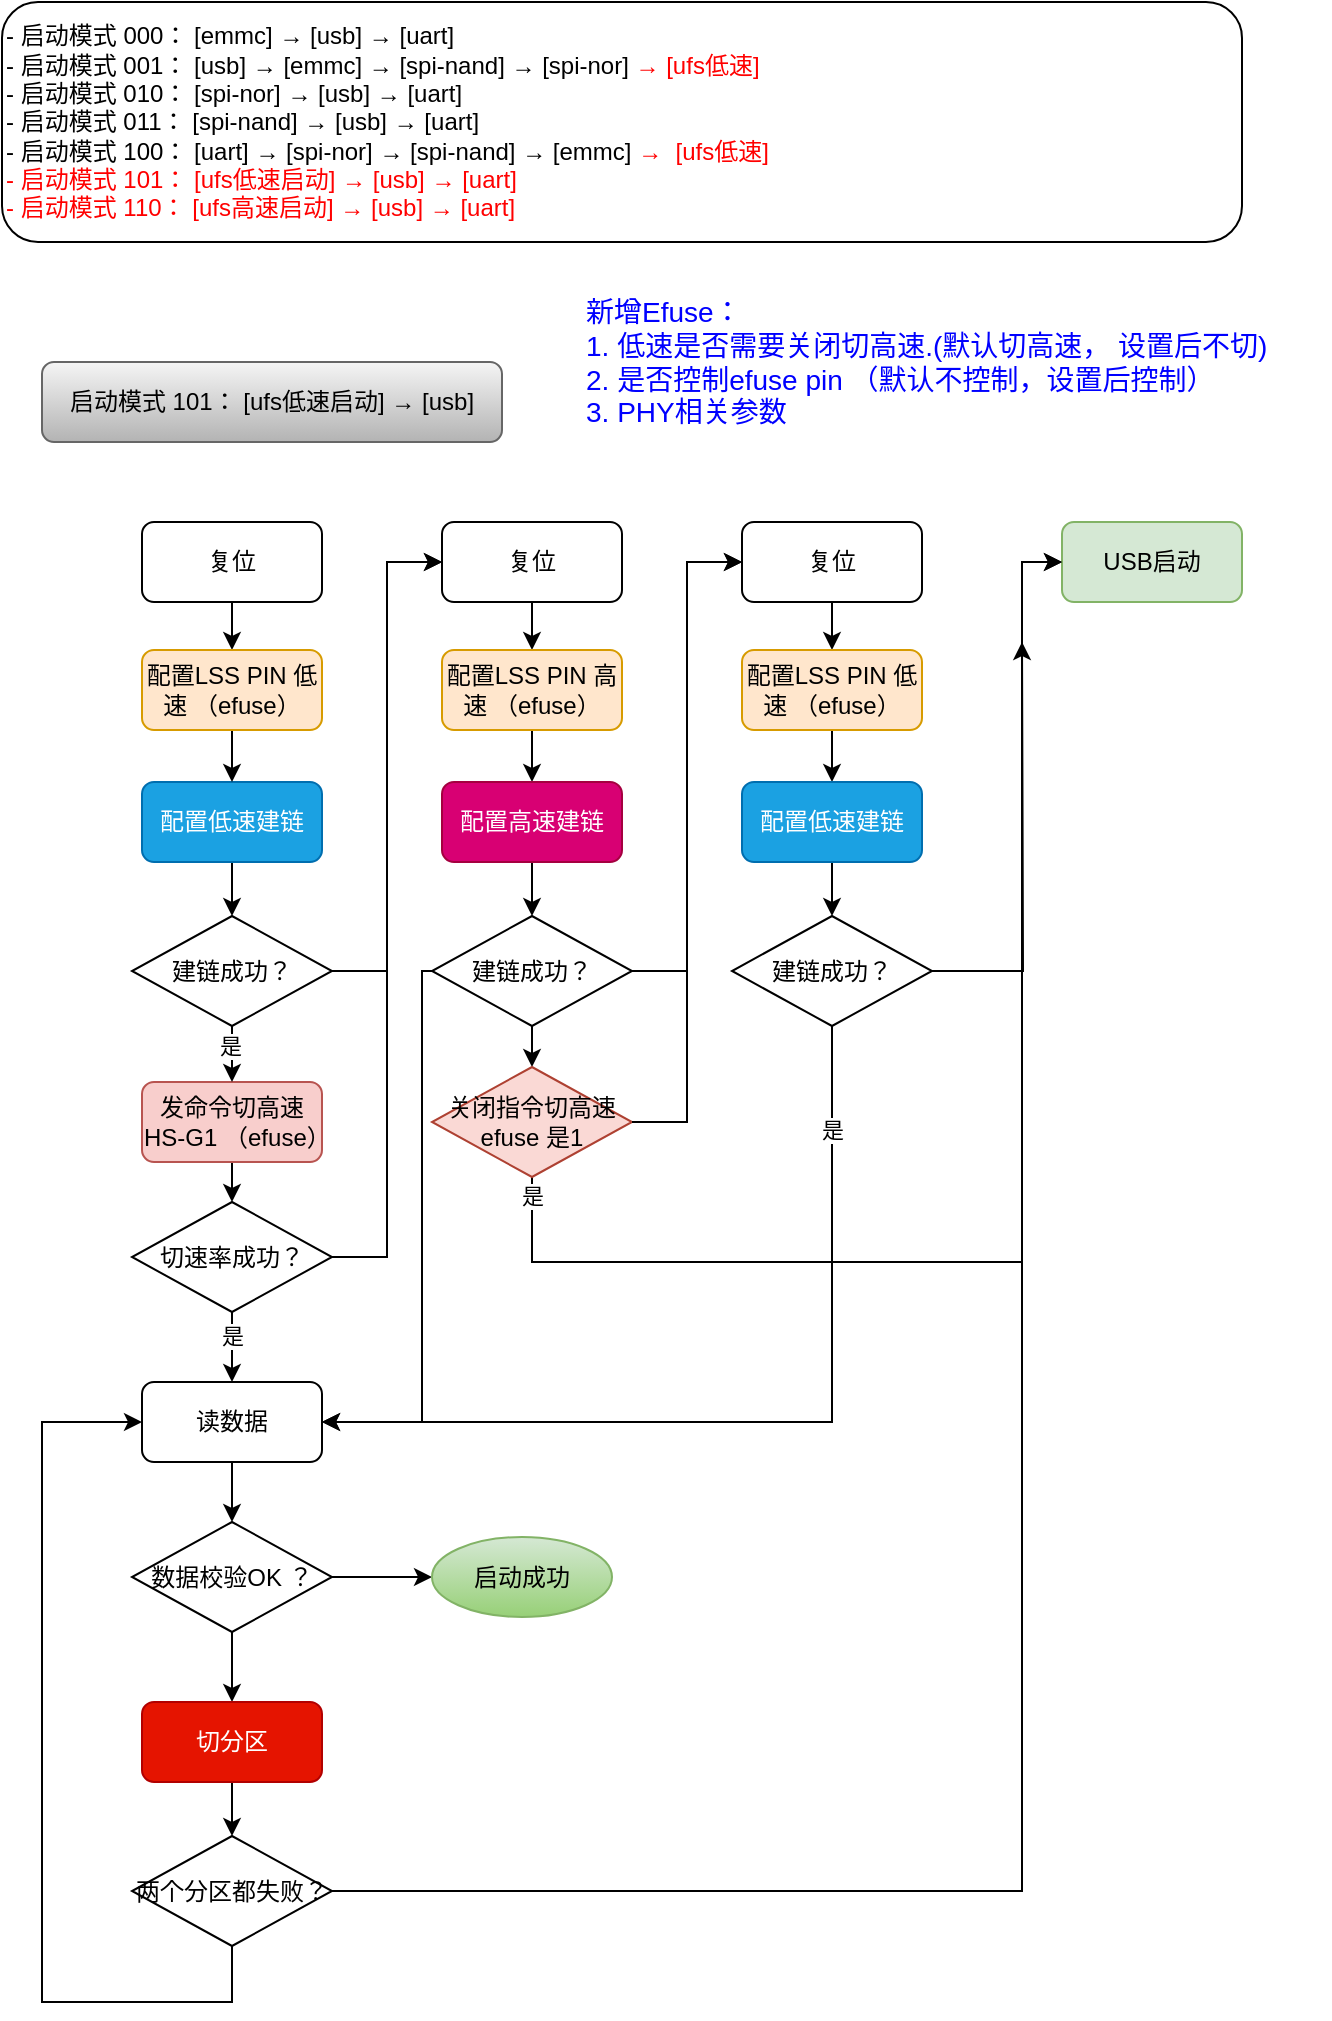
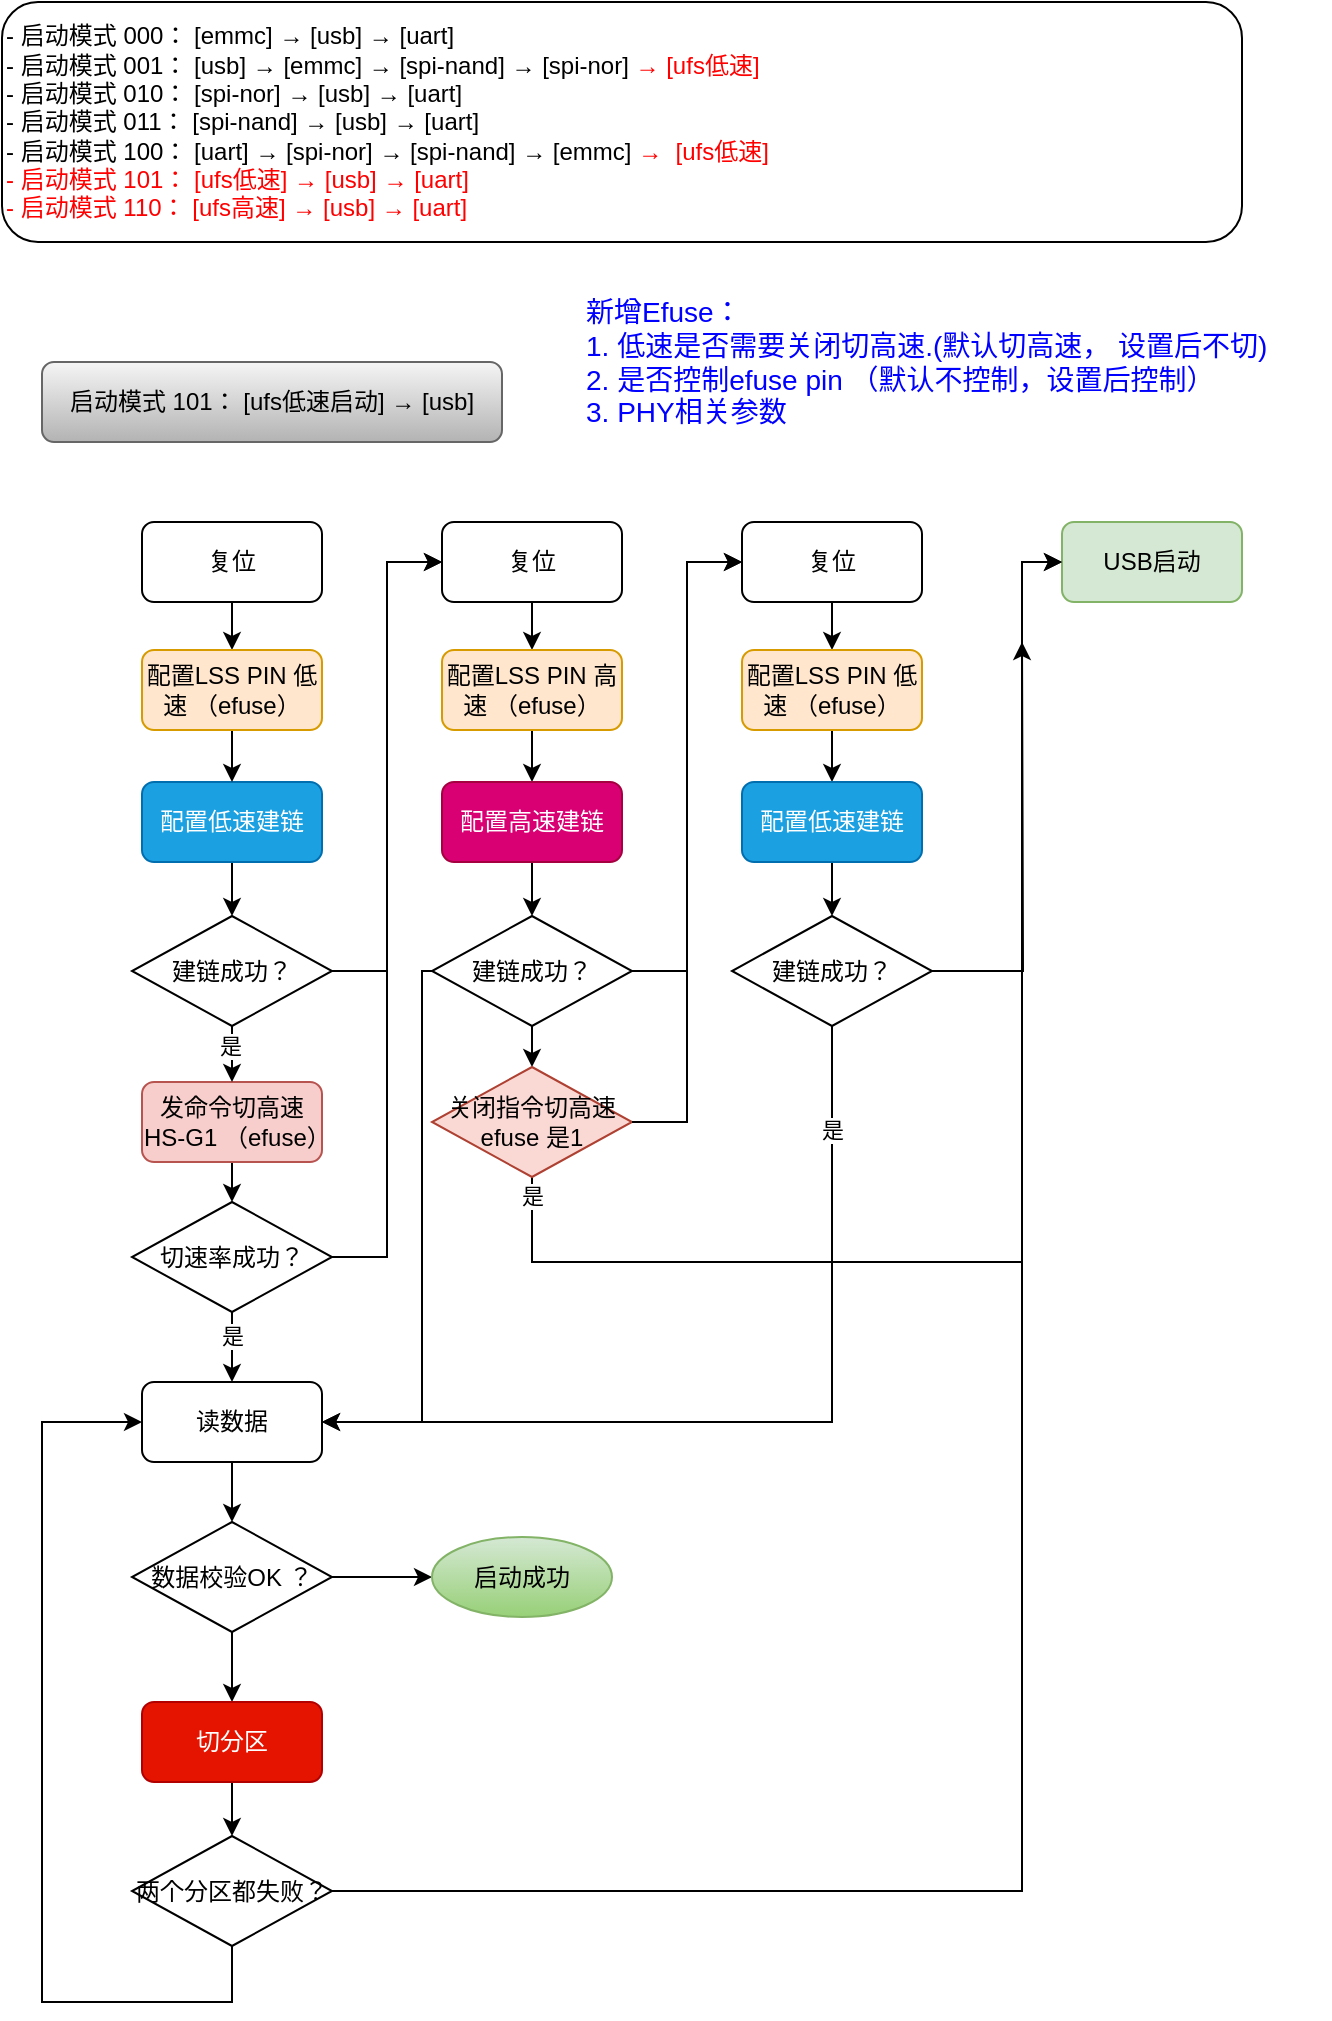
<mxfile host="app.diagrams.net" pages="3">
  <diagram name="第 1 页" id="G7MmgVwn_JN6exUAJ0xq">
    <mxGraphModel dx="1306" dy="677" grid="1" gridSize="10" guides="1" tooltips="1" connect="1" arrows="1" fold="1" page="1" pageScale="1" pageWidth="827" pageHeight="1169" math="0" shadow="0">
      <root>
        <mxCell id="0" />
        <mxCell id="1" parent="0" />
-         <mxCell id="rA-qTAb89klGYPX6EJBB-1" parent="1" style="rounded=1;whiteSpace=wrap;html=1;align=left;" value="&lt;div&gt;-&amp;nbsp;&lt;span style=&quot;background-color: transparent; color: light-dark(rgb(0, 0, 0), rgb(255, 255, 255));&quot;&gt;启动模式&amp;nbsp;&lt;/span&gt;&lt;span style=&quot;background-color: transparent; color: light-dark(rgb(0, 0, 0), rgb(255, 255, 255));&quot;&gt;000： [emmc] → [usb] → [uart]&lt;/span&gt;&lt;/div&gt;&lt;div&gt;- 启动模式 001： [usb] → [emmc] → [spi-nand] → [spi-nor]&amp;nbsp;&lt;span style=&quot;background-color: transparent;&quot;&gt;&lt;font style=&quot;color: light-dark(rgb(255, 0, 0), rgb(255, 255, 255));&quot;&gt;→ [ufs低速]&lt;/font&gt;&lt;/span&gt;&lt;span style=&quot;background-color: transparent; color: light-dark(rgb(0, 0, 0), rgb(255, 255, 255));&quot;&gt;&amp;nbsp;&lt;/span&gt;&lt;span style=&quot;background-color: transparent; color: light-dark(rgb(0, 0, 0), rgb(255, 255, 255));&quot;&gt;&amp;nbsp;&lt;/span&gt;&lt;/div&gt;&lt;div&gt;- 启动模式 010： [spi-nor] → [usb] → [uart]&lt;/div&gt;&lt;div&gt;- 启动模式 011： [spi-nand] → [usb] → [uart]&lt;/div&gt;&lt;div&gt;- 启动模式 100： [uart] → [spi-nor] → [spi-nand] → [emmc]&amp;nbsp;&lt;font style=&quot;color: light-dark(rgb(255, 0, 0), rgb(255, 255, 255));&quot;&gt;&lt;span style=&quot;background-color: transparent;&quot;&gt;→&lt;/span&gt;&lt;span style=&quot;background-color: transparent;&quot;&gt;&amp;nbsp;&lt;/span&gt;&lt;span style=&quot;background-color: transparent;&quot;&gt;&amp;nbsp;&lt;/span&gt;&lt;span style=&quot;background-color: transparent;&quot;&gt;[ufs低速]&lt;/span&gt;&lt;/font&gt;&lt;span style=&quot;background-color: transparent; color: light-dark(rgb(0, 0, 0), rgb(255, 255, 255));&quot;&gt;&amp;nbsp;&lt;/span&gt;&lt;/div&gt;&lt;div&gt;&lt;font style=&quot;color: light-dark(rgb(255, 0, 0), rgb(255, 255, 255));&quot;&gt;- 启动模式 101： [ufs低速启动] &lt;span style=&quot;background-color: transparent;&quot;&gt;→&amp;nbsp;&lt;/span&gt;&lt;span style=&quot;background-color: transparent;&quot;&gt;[usb]&lt;/span&gt;&lt;span style=&quot;background-color: transparent;&quot;&gt; &lt;/span&gt;&lt;span style=&quot;background-color: transparent;&quot;&gt;→ [uart]&lt;/span&gt;&lt;/font&gt;&lt;/div&gt;&lt;div&gt;&lt;font style=&quot;color: light-dark(rgb(255, 0, 0), rgb(255, 255, 255));&quot;&gt;- 启动模式 110：&amp;nbsp;&lt;span style=&quot;background-color: transparent;&quot;&gt;[ufs高速启动]&lt;/span&gt;&lt;span style=&quot;background-color: transparent;&quot;&gt; &lt;/span&gt;&lt;span style=&quot;background-color: transparent;&quot;&gt;→ &lt;/span&gt;&lt;span style=&quot;background-color: transparent;&quot;&gt;[usb]&lt;/span&gt;&lt;span style=&quot;background-color: transparent;&quot;&gt; &lt;/span&gt;&lt;span style=&quot;background-color: transparent;&quot;&gt;→ [uart]&lt;/span&gt;&lt;/font&gt;&lt;/div&gt;" vertex="1">
+         <mxCell id="rA-qTAb89klGYPX6EJBB-1" parent="1" style="rounded=1;whiteSpace=wrap;html=1;align=left;" value="&lt;div&gt;-&amp;nbsp;&lt;span style=&quot;background-color: transparent; color: light-dark(rgb(0, 0, 0), rgb(255, 255, 255));&quot;&gt;启动模式&amp;nbsp;&lt;/span&gt;&lt;span style=&quot;background-color: transparent; color: light-dark(rgb(0, 0, 0), rgb(255, 255, 255));&quot;&gt;000： [emmc] → [usb] → [uart]&lt;/span&gt;&lt;/div&gt;&lt;div&gt;- 启动模式 001： [usb] → [emmc] → [spi-nand] → [spi-nor]&amp;nbsp;&lt;span style=&quot;background-color: transparent;&quot;&gt;&lt;font style=&quot;color: light-dark(rgb(255, 0, 0), rgb(255, 255, 255));&quot;&gt;→ [ufs低速]&lt;/font&gt;&lt;/span&gt;&lt;span style=&quot;background-color: transparent; color: light-dark(rgb(0, 0, 0), rgb(255, 255, 255));&quot;&gt;&amp;nbsp;&lt;/span&gt;&lt;span style=&quot;background-color: transparent; color: light-dark(rgb(0, 0, 0), rgb(255, 255, 255));&quot;&gt;&amp;nbsp;&lt;/span&gt;&lt;/div&gt;&lt;div&gt;- 启动模式 010： [spi-nor] → [usb] → [uart]&lt;/div&gt;&lt;div&gt;- 启动模式 011： [spi-nand] → [usb] → [uart]&lt;/div&gt;&lt;div&gt;- 启动模式 100： [uart] → [spi-nor] → [spi-nand] → [emmc]&amp;nbsp;&lt;font style=&quot;color: light-dark(rgb(255, 0, 0), rgb(255, 255, 255));&quot;&gt;&lt;span style=&quot;background-color: transparent;&quot;&gt;→&lt;/span&gt;&lt;span style=&quot;background-color: transparent;&quot;&gt;&amp;nbsp;&lt;/span&gt;&lt;span style=&quot;background-color: transparent;&quot;&gt;&amp;nbsp;&lt;/span&gt;&lt;span style=&quot;background-color: transparent;&quot;&gt;[ufs低速]&lt;/span&gt;&lt;/font&gt;&lt;span style=&quot;background-color: transparent; color: light-dark(rgb(0, 0, 0), rgb(255, 255, 255));&quot;&gt;&amp;nbsp;&lt;/span&gt;&lt;/div&gt;&lt;div&gt;&lt;font style=&quot;color: light-dark(rgb(255, 0, 0), rgb(255, 255, 255));&quot;&gt;- 启动模式 101： [ufs低速] &lt;span style=&quot;background-color: transparent;&quot;&gt;→&amp;nbsp;&lt;/span&gt;&lt;span style=&quot;background-color: transparent;&quot;&gt;[usb]&lt;/span&gt;&lt;span style=&quot;background-color: transparent;&quot;&gt; &lt;/span&gt;&lt;span style=&quot;background-color: transparent;&quot;&gt;→ [uart]&lt;/span&gt;&lt;/font&gt;&lt;/div&gt;&lt;div&gt;&lt;font style=&quot;color: light-dark(rgb(255, 0, 0), rgb(255, 255, 255));&quot;&gt;- 启动模式 110：&amp;nbsp;&lt;span style=&quot;background-color: transparent;&quot;&gt;[ufs高速]&lt;/span&gt;&lt;span style=&quot;background-color: transparent;&quot;&gt; &lt;/span&gt;&lt;span style=&quot;background-color: transparent;&quot;&gt;→ &lt;/span&gt;&lt;span style=&quot;background-color: transparent;&quot;&gt;[usb]&lt;/span&gt;&lt;span style=&quot;background-color: transparent;&quot;&gt; &lt;/span&gt;&lt;span style=&quot;background-color: transparent;&quot;&gt;→ [uart]&lt;/span&gt;&lt;/font&gt;&lt;/div&gt;" vertex="1">
          <mxGeometry height="120" width="620" x="90" y="60" as="geometry" />
        </mxCell>
        <mxCell id="NB0EyB8uGB_RDp4CUSld-2" parent="1" style="text;html=1;whiteSpace=wrap;strokeColor=none;fillColor=none;align=left;verticalAlign=middle;rounded=0;fontColor=#0000FF;fontSize=14;" value="新增Efuse：&lt;div&gt;1. 低速是否需要关闭切高速.(默认切高速， 设置后不切)&lt;/div&gt;&lt;div&gt;2. 是否控制efuse pin （默认不控制，设置后控制）&lt;/div&gt;&lt;div&gt;3. PHY相关参数&lt;/div&gt;" vertex="1">
          <mxGeometry height="80" width="374" x="380" y="200" as="geometry" />
        </mxCell>
        <mxCell id="NB0EyB8uGB_RDp4CUSld-23" edge="1" parent="1" source="NB0EyB8uGB_RDp4CUSld-5" style="edgeStyle=orthogonalEdgeStyle;rounded=0;orthogonalLoop=1;jettySize=auto;html=1;exitX=0.5;exitY=1;exitDx=0;exitDy=0;entryX=0.5;entryY=0;entryDx=0;entryDy=0;" target="NB0EyB8uGB_RDp4CUSld-7">
          <mxGeometry relative="1" as="geometry" />
        </mxCell>
        <mxCell id="NB0EyB8uGB_RDp4CUSld-5" parent="1" style="rounded=1;whiteSpace=wrap;html=1;" value="复位" vertex="1">
          <mxGeometry height="40" width="90" x="160" y="320" as="geometry" />
        </mxCell>
        <mxCell id="NB0EyB8uGB_RDp4CUSld-25" edge="1" parent="1" source="NB0EyB8uGB_RDp4CUSld-6" style="edgeStyle=orthogonalEdgeStyle;rounded=0;orthogonalLoop=1;jettySize=auto;html=1;exitX=0.5;exitY=1;exitDx=0;exitDy=0;entryX=0.5;entryY=0;entryDx=0;entryDy=0;" target="NB0EyB8uGB_RDp4CUSld-9">
          <mxGeometry relative="1" as="geometry" />
        </mxCell>
        <mxCell id="NB0EyB8uGB_RDp4CUSld-6" parent="1" style="rounded=1;whiteSpace=wrap;html=1;fillColor=#1ba1e2;fontColor=#ffffff;strokeColor=#006EAF;" value="配置低速建链" vertex="1">
          <mxGeometry height="40" width="90" x="160" y="450" as="geometry" />
        </mxCell>
        <mxCell id="NB0EyB8uGB_RDp4CUSld-24" edge="1" parent="1" source="NB0EyB8uGB_RDp4CUSld-7" style="edgeStyle=orthogonalEdgeStyle;rounded=0;orthogonalLoop=1;jettySize=auto;html=1;exitX=0.5;exitY=1;exitDx=0;exitDy=0;entryX=0.5;entryY=0;entryDx=0;entryDy=0;" target="NB0EyB8uGB_RDp4CUSld-6">
          <mxGeometry relative="1" as="geometry">
            <mxPoint x="205" y="444" as="targetPoint" />
          </mxGeometry>
        </mxCell>
        <mxCell id="NB0EyB8uGB_RDp4CUSld-7" parent="1" style="rounded=1;whiteSpace=wrap;html=1;fillColor=#ffe6cc;strokeColor=#d79b00;" value="配置LSS PIN 低速 （efuse）" vertex="1">
          <mxGeometry height="40" width="90" x="160" y="384" as="geometry" />
        </mxCell>
        <mxCell id="NB0EyB8uGB_RDp4CUSld-27" edge="1" parent="1" source="NB0EyB8uGB_RDp4CUSld-8" style="edgeStyle=orthogonalEdgeStyle;rounded=0;orthogonalLoop=1;jettySize=auto;html=1;exitX=0.5;exitY=1;exitDx=0;exitDy=0;entryX=0.5;entryY=0;entryDx=0;entryDy=0;" target="NB0EyB8uGB_RDp4CUSld-17">
          <mxGeometry relative="1" as="geometry" />
        </mxCell>
        <mxCell id="NB0EyB8uGB_RDp4CUSld-8" parent="1" style="rounded=1;whiteSpace=wrap;html=1;fillColor=#f8cecc;strokeColor=#b85450;" value="发命令切高速 HS-G1 （efuse）" vertex="1">
          <mxGeometry height="40" width="90" x="160" y="600" as="geometry" />
        </mxCell>
        <mxCell id="NB0EyB8uGB_RDp4CUSld-26" edge="1" parent="1" source="NB0EyB8uGB_RDp4CUSld-9" style="edgeStyle=orthogonalEdgeStyle;rounded=0;orthogonalLoop=1;jettySize=auto;html=1;exitX=0.5;exitY=1;exitDx=0;exitDy=0;" target="NB0EyB8uGB_RDp4CUSld-8">
          <mxGeometry relative="1" as="geometry" />
        </mxCell>
        <mxCell id="KlgkcFlpm4Ags5-VuJH5-14" connectable="0" parent="NB0EyB8uGB_RDp4CUSld-26" style="edgeLabel;html=1;align=center;verticalAlign=middle;resizable=0;points=[];" value="是" vertex="1">
          <mxGeometry relative="1" x="0.2946" y="-1" as="geometry">
            <mxPoint as="offset" />
          </mxGeometry>
        </mxCell>
        <mxCell id="KlgkcFlpm4Ags5-VuJH5-1" edge="1" parent="1" source="NB0EyB8uGB_RDp4CUSld-9" style="edgeStyle=orthogonalEdgeStyle;rounded=0;orthogonalLoop=1;jettySize=auto;html=1;exitX=1;exitY=0.5;exitDx=0;exitDy=0;entryX=0;entryY=0.5;entryDx=0;entryDy=0;" target="NB0EyB8uGB_RDp4CUSld-11">
          <mxGeometry relative="1" as="geometry" />
        </mxCell>
        <mxCell id="NB0EyB8uGB_RDp4CUSld-9" parent="1" style="rhombus;whiteSpace=wrap;html=1;" value="建链成功？" vertex="1">
          <mxGeometry height="55" width="100" x="155" y="517" as="geometry" />
        </mxCell>
        <mxCell id="NB0EyB8uGB_RDp4CUSld-10" parent="1" style="rounded=1;whiteSpace=wrap;html=1;fillColor=#f5f5f5;gradientColor=#b3b3b3;strokeColor=#666666;" value="&lt;span style=&quot;text-align: left;&quot;&gt;启动模式 101： [ufs低速启动] &lt;/span&gt;&lt;span style=&quot;color: light-dark(rgb(0, 0, 0), rgb(255, 255, 255)); text-align: left; background-color: transparent;&quot;&gt;→ &lt;/span&gt;&lt;span style=&quot;color: light-dark(rgb(0, 0, 0), rgb(255, 255, 255)); text-align: left; background-color: transparent;&quot;&gt;[usb]&lt;/span&gt;" vertex="1">
          <mxGeometry height="40" width="230" x="110" y="240" as="geometry" />
        </mxCell>
        <mxCell id="NB0EyB8uGB_RDp4CUSld-36" edge="1" parent="1" source="NB0EyB8uGB_RDp4CUSld-11" style="edgeStyle=orthogonalEdgeStyle;rounded=0;orthogonalLoop=1;jettySize=auto;html=1;exitX=0.5;exitY=1;exitDx=0;exitDy=0;entryX=0.5;entryY=0;entryDx=0;entryDy=0;" target="NB0EyB8uGB_RDp4CUSld-12">
          <mxGeometry relative="1" as="geometry" />
        </mxCell>
        <mxCell id="NB0EyB8uGB_RDp4CUSld-11" parent="1" style="rounded=1;whiteSpace=wrap;html=1;" value="复位" vertex="1">
          <mxGeometry height="40" width="90" x="310" y="320" as="geometry" />
        </mxCell>
        <mxCell id="NB0EyB8uGB_RDp4CUSld-37" edge="1" parent="1" source="NB0EyB8uGB_RDp4CUSld-12" style="edgeStyle=orthogonalEdgeStyle;rounded=0;orthogonalLoop=1;jettySize=auto;html=1;exitX=0.5;exitY=1;exitDx=0;exitDy=0;entryX=0.5;entryY=0;entryDx=0;entryDy=0;" target="NB0EyB8uGB_RDp4CUSld-13">
          <mxGeometry relative="1" as="geometry" />
        </mxCell>
        <mxCell id="NB0EyB8uGB_RDp4CUSld-12" parent="1" style="rounded=1;whiteSpace=wrap;html=1;fillColor=#ffe6cc;strokeColor=#d79b00;" value="配置LSS PIN 高速 （efuse）" vertex="1">
          <mxGeometry height="40" width="90" x="310" y="384" as="geometry" />
        </mxCell>
        <mxCell id="NB0EyB8uGB_RDp4CUSld-38" edge="1" parent="1" source="NB0EyB8uGB_RDp4CUSld-13" style="edgeStyle=orthogonalEdgeStyle;rounded=0;orthogonalLoop=1;jettySize=auto;html=1;exitX=0.5;exitY=1;exitDx=0;exitDy=0;entryX=0.5;entryY=0;entryDx=0;entryDy=0;" target="NB0EyB8uGB_RDp4CUSld-31">
          <mxGeometry relative="1" as="geometry" />
        </mxCell>
        <mxCell id="NB0EyB8uGB_RDp4CUSld-13" parent="1" style="rounded=1;whiteSpace=wrap;html=1;fillColor=#d80073;fontColor=#ffffff;strokeColor=#A50040;" value="配置高速建链" vertex="1">
          <mxGeometry height="40" width="90" x="310" y="450" as="geometry" />
        </mxCell>
        <mxCell id="NB0EyB8uGB_RDp4CUSld-28" edge="1" parent="1" source="NB0EyB8uGB_RDp4CUSld-17" style="edgeStyle=orthogonalEdgeStyle;rounded=0;orthogonalLoop=1;jettySize=auto;html=1;exitX=0.5;exitY=1;exitDx=0;exitDy=0;entryX=0.5;entryY=0;entryDx=0;entryDy=0;" target="NB0EyB8uGB_RDp4CUSld-18">
          <mxGeometry relative="1" as="geometry" />
        </mxCell>
        <mxCell id="KlgkcFlpm4Ags5-VuJH5-16" connectable="0" parent="NB0EyB8uGB_RDp4CUSld-28" style="edgeLabel;html=1;align=center;verticalAlign=middle;resizable=0;points=[];" value="是" vertex="1">
          <mxGeometry relative="1" x="-0.3338" as="geometry">
            <mxPoint as="offset" />
          </mxGeometry>
        </mxCell>
        <mxCell id="KlgkcFlpm4Ags5-VuJH5-2" edge="1" parent="1" source="NB0EyB8uGB_RDp4CUSld-17" style="edgeStyle=orthogonalEdgeStyle;rounded=0;orthogonalLoop=1;jettySize=auto;html=1;exitX=1;exitY=0.5;exitDx=0;exitDy=0;entryX=0;entryY=0.5;entryDx=0;entryDy=0;" target="NB0EyB8uGB_RDp4CUSld-11">
          <mxGeometry relative="1" as="geometry" />
        </mxCell>
        <mxCell id="NB0EyB8uGB_RDp4CUSld-17" parent="1" style="rhombus;whiteSpace=wrap;html=1;" value="切速率成功？" vertex="1">
          <mxGeometry height="55" width="100" x="155" y="660" as="geometry" />
        </mxCell>
        <mxCell id="NB0EyB8uGB_RDp4CUSld-29" edge="1" parent="1" source="NB0EyB8uGB_RDp4CUSld-18" style="edgeStyle=orthogonalEdgeStyle;rounded=0;orthogonalLoop=1;jettySize=auto;html=1;exitX=0.5;exitY=1;exitDx=0;exitDy=0;entryX=0.5;entryY=0;entryDx=0;entryDy=0;" target="NB0EyB8uGB_RDp4CUSld-20">
          <mxGeometry relative="1" as="geometry" />
        </mxCell>
        <mxCell id="NB0EyB8uGB_RDp4CUSld-18" parent="1" style="rounded=1;whiteSpace=wrap;html=1;" value="读数据" vertex="1">
          <mxGeometry height="40" width="90" x="160" y="750" as="geometry" />
        </mxCell>
        <mxCell id="NB0EyB8uGB_RDp4CUSld-30" edge="1" parent="1" source="NB0EyB8uGB_RDp4CUSld-20" style="edgeStyle=orthogonalEdgeStyle;rounded=0;orthogonalLoop=1;jettySize=auto;html=1;exitX=0.5;exitY=1;exitDx=0;exitDy=0;entryX=0.5;entryY=0;entryDx=0;entryDy=0;" target="NB0EyB8uGB_RDp4CUSld-21">
          <mxGeometry relative="1" as="geometry" />
        </mxCell>
        <mxCell id="Vg5q-0XLda4XJRTYY7xd-2" edge="1" parent="1" source="NB0EyB8uGB_RDp4CUSld-20" style="edgeStyle=orthogonalEdgeStyle;rounded=0;orthogonalLoop=1;jettySize=auto;html=1;exitX=1;exitY=0.5;exitDx=0;exitDy=0;entryX=0;entryY=0.5;entryDx=0;entryDy=0;" target="Vg5q-0XLda4XJRTYY7xd-1">
          <mxGeometry relative="1" as="geometry" />
        </mxCell>
        <mxCell id="NB0EyB8uGB_RDp4CUSld-20" parent="1" style="rhombus;whiteSpace=wrap;html=1;" value="数据校验OK ？" vertex="1">
          <mxGeometry height="55" width="100" x="155" y="820" as="geometry" />
        </mxCell>
        <mxCell id="NB0EyB8uGB_RDp4CUSld-22" edge="1" parent="1" source="KlgkcFlpm4Ags5-VuJH5-11" style="edgeStyle=orthogonalEdgeStyle;rounded=0;orthogonalLoop=1;jettySize=auto;html=1;exitX=0.5;exitY=1;exitDx=0;exitDy=0;entryX=0;entryY=0.5;entryDx=0;entryDy=0;" target="NB0EyB8uGB_RDp4CUSld-18">
          <mxGeometry relative="1" as="geometry">
            <Array as="points">
              <mxPoint x="205" y="1060" />
              <mxPoint x="110" y="1060" />
              <mxPoint x="110" y="770" />
            </Array>
          </mxGeometry>
        </mxCell>
        <mxCell id="KlgkcFlpm4Ags5-VuJH5-12" edge="1" parent="1" source="NB0EyB8uGB_RDp4CUSld-21" style="edgeStyle=orthogonalEdgeStyle;rounded=0;orthogonalLoop=1;jettySize=auto;html=1;exitX=0.5;exitY=1;exitDx=0;exitDy=0;entryX=0.5;entryY=0;entryDx=0;entryDy=0;" target="KlgkcFlpm4Ags5-VuJH5-11">
          <mxGeometry relative="1" as="geometry" />
        </mxCell>
        <mxCell id="NB0EyB8uGB_RDp4CUSld-21" parent="1" style="rounded=1;whiteSpace=wrap;html=1;fillColor=#e51400;fontColor=#ffffff;strokeColor=#B20000;" value="切分区" vertex="1">
          <mxGeometry height="40" width="90" x="160" y="910" as="geometry" />
        </mxCell>
        <mxCell id="KlgkcFlpm4Ags5-VuJH5-8" edge="1" parent="1" source="NB0EyB8uGB_RDp4CUSld-31" style="edgeStyle=orthogonalEdgeStyle;rounded=0;orthogonalLoop=1;jettySize=auto;html=1;exitX=1;exitY=0.5;exitDx=0;exitDy=0;entryX=0;entryY=0.5;entryDx=0;entryDy=0;" target="NB0EyB8uGB_RDp4CUSld-42">
          <mxGeometry relative="1" as="geometry" />
        </mxCell>
        <mxCell id="Vg5q-0XLda4XJRTYY7xd-7" edge="1" parent="1" source="NB0EyB8uGB_RDp4CUSld-31" style="edgeStyle=orthogonalEdgeStyle;rounded=0;orthogonalLoop=1;jettySize=auto;html=1;exitX=0;exitY=0.5;exitDx=0;exitDy=0;">
          <mxGeometry relative="1" as="geometry">
            <Array as="points">
              <mxPoint x="300" y="544" />
              <mxPoint x="300" y="770" />
            </Array>
            <mxPoint x="250" y="770" as="targetPoint" />
          </mxGeometry>
        </mxCell>
        <mxCell id="Vg5q-0XLda4XJRTYY7xd-8" edge="1" parent="1" source="NB0EyB8uGB_RDp4CUSld-31" style="edgeStyle=orthogonalEdgeStyle;rounded=0;orthogonalLoop=1;jettySize=auto;html=1;exitX=0.5;exitY=1;exitDx=0;exitDy=0;entryX=0.5;entryY=0;entryDx=0;entryDy=0;" target="Vg5q-0XLda4XJRTYY7xd-3">
          <mxGeometry relative="1" as="geometry" />
        </mxCell>
        <mxCell id="NB0EyB8uGB_RDp4CUSld-31" parent="1" style="rhombus;whiteSpace=wrap;html=1;" value="建链成功？" vertex="1">
          <mxGeometry height="55" width="100" x="305" y="517" as="geometry" />
        </mxCell>
        <mxCell id="KlgkcFlpm4Ags5-VuJH5-5" edge="1" parent="1" source="NB0EyB8uGB_RDp4CUSld-42" style="edgeStyle=orthogonalEdgeStyle;rounded=0;orthogonalLoop=1;jettySize=auto;html=1;exitX=0.5;exitY=1;exitDx=0;exitDy=0;entryX=0.5;entryY=0;entryDx=0;entryDy=0;" target="NB0EyB8uGB_RDp4CUSld-43">
          <mxGeometry relative="1" as="geometry" />
        </mxCell>
        <mxCell id="NB0EyB8uGB_RDp4CUSld-42" parent="1" style="rounded=1;whiteSpace=wrap;html=1;" value="复位" vertex="1">
          <mxGeometry height="40" width="90" x="460" y="320" as="geometry" />
        </mxCell>
        <mxCell id="KlgkcFlpm4Ags5-VuJH5-6" edge="1" parent="1" source="NB0EyB8uGB_RDp4CUSld-43" style="edgeStyle=orthogonalEdgeStyle;rounded=0;orthogonalLoop=1;jettySize=auto;html=1;exitX=0.5;exitY=1;exitDx=0;exitDy=0;entryX=0.5;entryY=0;entryDx=0;entryDy=0;" target="NB0EyB8uGB_RDp4CUSld-44">
          <mxGeometry relative="1" as="geometry" />
        </mxCell>
        <mxCell id="NB0EyB8uGB_RDp4CUSld-43" parent="1" style="rounded=1;whiteSpace=wrap;html=1;fillColor=#ffe6cc;strokeColor=#d79b00;" value="配置LSS PIN 低速 （efuse）" vertex="1">
          <mxGeometry height="40" width="90" x="460" y="384" as="geometry" />
        </mxCell>
        <mxCell id="KlgkcFlpm4Ags5-VuJH5-7" edge="1" parent="1" source="NB0EyB8uGB_RDp4CUSld-44" style="edgeStyle=orthogonalEdgeStyle;rounded=0;orthogonalLoop=1;jettySize=auto;html=1;exitX=0.5;exitY=1;exitDx=0;exitDy=0;entryX=0.5;entryY=0;entryDx=0;entryDy=0;" target="NB0EyB8uGB_RDp4CUSld-45">
          <mxGeometry relative="1" as="geometry" />
        </mxCell>
        <mxCell id="NB0EyB8uGB_RDp4CUSld-44" parent="1" style="rounded=1;whiteSpace=wrap;html=1;fillColor=#1ba1e2;fontColor=#ffffff;strokeColor=#006EAF;" value="配置低速建链" vertex="1">
          <mxGeometry height="40" width="90" x="460" y="450" as="geometry" />
        </mxCell>
        <mxCell id="KlgkcFlpm4Ags5-VuJH5-4" edge="1" parent="1" source="NB0EyB8uGB_RDp4CUSld-45" style="edgeStyle=orthogonalEdgeStyle;rounded=0;orthogonalLoop=1;jettySize=auto;html=1;exitX=0.5;exitY=1;exitDx=0;exitDy=0;">
          <mxGeometry relative="1" as="geometry">
            <Array as="points">
              <mxPoint x="505" y="770" />
              <mxPoint x="250" y="770" />
            </Array>
            <mxPoint x="250" y="770" as="targetPoint" />
          </mxGeometry>
        </mxCell>
        <mxCell id="KlgkcFlpm4Ags5-VuJH5-18" connectable="0" parent="KlgkcFlpm4Ags5-VuJH5-4" style="edgeLabel;html=1;align=center;verticalAlign=middle;resizable=0;points=[];" value="是" vertex="1">
          <mxGeometry relative="1" x="-0.7697" as="geometry">
            <mxPoint as="offset" />
          </mxGeometry>
        </mxCell>
        <mxCell id="KlgkcFlpm4Ags5-VuJH5-19" edge="1" parent="1" source="NB0EyB8uGB_RDp4CUSld-45" style="edgeStyle=orthogonalEdgeStyle;rounded=0;orthogonalLoop=1;jettySize=auto;html=1;exitX=1;exitY=0.5;exitDx=0;exitDy=0;">
          <mxGeometry relative="1" as="geometry">
            <mxPoint x="600" y="380" as="targetPoint" />
          </mxGeometry>
        </mxCell>
        <mxCell id="NB0EyB8uGB_RDp4CUSld-45" parent="1" style="rhombus;whiteSpace=wrap;html=1;" value="建链成功？" vertex="1">
          <mxGeometry height="55" width="100" x="455" y="517" as="geometry" />
        </mxCell>
        <mxCell id="KlgkcFlpm4Ags5-VuJH5-9" parent="1" style="rounded=1;whiteSpace=wrap;html=1;fillColor=#d5e8d4;strokeColor=#82b366;" value="USB启动" vertex="1">
          <mxGeometry height="40" width="90" x="620" y="320" as="geometry" />
        </mxCell>
        <mxCell id="KlgkcFlpm4Ags5-VuJH5-13" edge="1" parent="1" source="KlgkcFlpm4Ags5-VuJH5-11" style="edgeStyle=orthogonalEdgeStyle;rounded=0;orthogonalLoop=1;jettySize=auto;html=1;exitX=1;exitY=0.5;exitDx=0;exitDy=0;entryX=0;entryY=0.5;entryDx=0;entryDy=0;" target="KlgkcFlpm4Ags5-VuJH5-9">
          <mxGeometry relative="1" as="geometry">
            <Array as="points">
              <mxPoint x="600" y="1005" />
              <mxPoint x="600" y="340" />
            </Array>
          </mxGeometry>
        </mxCell>
        <mxCell id="KlgkcFlpm4Ags5-VuJH5-11" parent="1" style="rhombus;whiteSpace=wrap;html=1;" value="两个分区都失败？" vertex="1">
          <mxGeometry height="55" width="100" x="155" y="977" as="geometry" />
        </mxCell>
        <mxCell id="Vg5q-0XLda4XJRTYY7xd-1" parent="1" style="ellipse;whiteSpace=wrap;html=1;fillColor=#d5e8d4;gradientColor=#97d077;strokeColor=#82b366;" value="启动成功" vertex="1">
          <mxGeometry height="40" width="90" x="305" y="827.5" as="geometry" />
        </mxCell>
        <mxCell id="Vg5q-0XLda4XJRTYY7xd-10" edge="1" parent="1" source="Vg5q-0XLda4XJRTYY7xd-3" style="edgeStyle=orthogonalEdgeStyle;rounded=0;orthogonalLoop=1;jettySize=auto;html=1;exitX=0.5;exitY=1;exitDx=0;exitDy=0;entryX=0;entryY=0.5;entryDx=0;entryDy=0;" target="KlgkcFlpm4Ags5-VuJH5-9">
          <mxGeometry relative="1" as="geometry">
            <Array as="points">
              <mxPoint x="355" y="690" />
              <mxPoint x="600" y="690" />
              <mxPoint x="600" y="340" />
            </Array>
          </mxGeometry>
        </mxCell>
        <mxCell id="Vg5q-0XLda4XJRTYY7xd-11" connectable="0" parent="Vg5q-0XLda4XJRTYY7xd-10" style="edgeLabel;html=1;align=center;verticalAlign=middle;resizable=0;points=[];" value="是" vertex="1">
          <mxGeometry relative="1" x="-0.9713" as="geometry">
            <mxPoint as="offset" />
          </mxGeometry>
        </mxCell>
        <mxCell id="Vg5q-0XLda4XJRTYY7xd-3" parent="1" style="rhombus;whiteSpace=wrap;html=1;fillColor=#fad9d5;strokeColor=#ae4132;" value="关闭指令切高速&lt;div&gt;efuse 是1&lt;/div&gt;" vertex="1">
          <mxGeometry height="55" width="100" x="305" y="592.5" as="geometry" />
        </mxCell>
        <mxCell id="Vg5q-0XLda4XJRTYY7xd-9" edge="1" parent="1" source="Vg5q-0XLda4XJRTYY7xd-3" style="edgeStyle=orthogonalEdgeStyle;rounded=0;orthogonalLoop=1;jettySize=auto;html=1;exitX=1;exitY=0.5;exitDx=0;exitDy=0;entryX=0;entryY=0.5;entryDx=0;entryDy=0;" target="NB0EyB8uGB_RDp4CUSld-42">
          <mxGeometry relative="1" as="geometry" />
        </mxCell>
      </root>
    </mxGraphModel>
  </diagram>
  <diagram id="ql6nhWf0VNW54Wtxsakh" name="第 3 页">
    <mxGraphModel dx="902" dy="467" grid="1" gridSize="10" guides="1" tooltips="1" connect="1" arrows="1" fold="1" page="1" pageScale="1" pageWidth="827" pageHeight="1169" math="0" shadow="0">
      <root>
        <mxCell id="0" />
        <mxCell id="1" parent="0" />
        <mxCell id="Snxa9bD47oOBx4wNCC72-1" edge="1" parent="1" source="Snxa9bD47oOBx4wNCC72-2" style="edgeStyle=orthogonalEdgeStyle;rounded=0;orthogonalLoop=1;jettySize=auto;html=1;exitX=0.5;exitY=1;exitDx=0;exitDy=0;entryX=0.5;entryY=0;entryDx=0;entryDy=0;" target="Snxa9bD47oOBx4wNCC72-6">
          <mxGeometry relative="1" as="geometry" />
        </mxCell>
        <mxCell id="Snxa9bD47oOBx4wNCC72-2" parent="1" style="rounded=1;whiteSpace=wrap;html=1;" value="复位" vertex="1">
          <mxGeometry height="40" width="90" x="190" y="110" as="geometry" />
        </mxCell>
        <mxCell id="Snxa9bD47oOBx4wNCC72-3" edge="1" parent="1" source="Snxa9bD47oOBx4wNCC72-4" style="edgeStyle=orthogonalEdgeStyle;rounded=0;orthogonalLoop=1;jettySize=auto;html=1;exitX=0.5;exitY=1;exitDx=0;exitDy=0;entryX=0.5;entryY=0;entryDx=0;entryDy=0;" target="Snxa9bD47oOBx4wNCC72-23">
          <mxGeometry relative="1" as="geometry">
            <mxPoint x="235" y="307" as="targetPoint" />
          </mxGeometry>
        </mxCell>
        <mxCell id="Snxa9bD47oOBx4wNCC72-4" parent="1" style="rounded=1;whiteSpace=wrap;html=1;fillColor=#d80073;fontColor=#ffffff;strokeColor=#A50040;" value="配置高速建链" vertex="1">
          <mxGeometry height="40" width="90" x="190" y="240" as="geometry" />
        </mxCell>
        <mxCell id="Snxa9bD47oOBx4wNCC72-5" edge="1" parent="1" source="Snxa9bD47oOBx4wNCC72-6" style="edgeStyle=orthogonalEdgeStyle;rounded=0;orthogonalLoop=1;jettySize=auto;html=1;exitX=0.5;exitY=1;exitDx=0;exitDy=0;entryX=0.5;entryY=0;entryDx=0;entryDy=0;" target="Snxa9bD47oOBx4wNCC72-4">
          <mxGeometry relative="1" as="geometry">
            <mxPoint x="235" y="234" as="targetPoint" />
          </mxGeometry>
        </mxCell>
        <mxCell id="Snxa9bD47oOBx4wNCC72-6" parent="1" style="rounded=1;whiteSpace=wrap;html=1;fillColor=#ffe6cc;strokeColor=#d79b00;" value="配置LSS PIN高速 （efuse）" vertex="1">
          <mxGeometry height="40" width="90" x="190" y="174" as="geometry" />
        </mxCell>
        <mxCell id="Snxa9bD47oOBx4wNCC72-13" parent="1" style="rounded=1;whiteSpace=wrap;html=1;align=left;fillColor=#f5f5f5;gradientColor=#b3b3b3;strokeColor=#666666;" value="启动模式 110： &lt;span style=&quot;color: light-dark(rgb(0, 0, 0), rgb(255, 255, 255)); background-color: transparent;&quot;&gt;[ufs高速启动]&lt;/span&gt;&lt;span style=&quot;color: light-dark(rgb(0, 0, 0), rgb(255, 255, 255)); background-color: transparent;&quot;&gt; &lt;/span&gt;&lt;span style=&quot;color: light-dark(rgb(0, 0, 0), rgb(255, 255, 255)); background-color: transparent;&quot;&gt;→ &lt;/span&gt;&lt;span style=&quot;color: light-dark(rgb(0, 0, 0), rgb(255, 255, 255)); background-color: transparent;&quot;&gt;[usb]&lt;/span&gt;" vertex="1">
          <mxGeometry height="40" width="275" x="185" y="30" as="geometry" />
        </mxCell>
        <mxCell id="Snxa9bD47oOBx4wNCC72-14" edge="1" parent="1" source="Snxa9bD47oOBx4wNCC72-15" style="edgeStyle=orthogonalEdgeStyle;rounded=0;orthogonalLoop=1;jettySize=auto;html=1;exitX=0.5;exitY=1;exitDx=0;exitDy=0;entryX=0.5;entryY=0;entryDx=0;entryDy=0;" target="Snxa9bD47oOBx4wNCC72-17">
          <mxGeometry relative="1" as="geometry" />
        </mxCell>
        <mxCell id="Snxa9bD47oOBx4wNCC72-15" parent="1" style="rounded=1;whiteSpace=wrap;html=1;" value="复位" vertex="1">
          <mxGeometry height="40" width="90" x="340" y="110" as="geometry" />
        </mxCell>
        <mxCell id="Snxa9bD47oOBx4wNCC72-16" edge="1" parent="1" source="Snxa9bD47oOBx4wNCC72-17" style="edgeStyle=orthogonalEdgeStyle;rounded=0;orthogonalLoop=1;jettySize=auto;html=1;exitX=0.5;exitY=1;exitDx=0;exitDy=0;entryX=0.5;entryY=0;entryDx=0;entryDy=0;" target="Snxa9bD47oOBx4wNCC72-19">
          <mxGeometry relative="1" as="geometry" />
        </mxCell>
        <mxCell id="Snxa9bD47oOBx4wNCC72-17" parent="1" style="rounded=1;whiteSpace=wrap;html=1;fillColor=#ffe6cc;strokeColor=#d79b00;" value="配置LSS PIN 低速 (efuse)" vertex="1">
          <mxGeometry height="40" width="90" x="340" y="174" as="geometry" />
        </mxCell>
        <mxCell id="Snxa9bD47oOBx4wNCC72-18" edge="1" parent="1" source="Snxa9bD47oOBx4wNCC72-19" style="edgeStyle=orthogonalEdgeStyle;rounded=0;orthogonalLoop=1;jettySize=auto;html=1;exitX=0.5;exitY=1;exitDx=0;exitDy=0;entryX=0.5;entryY=0;entryDx=0;entryDy=0;" target="Snxa9bD47oOBx4wNCC72-34">
          <mxGeometry relative="1" as="geometry" />
        </mxCell>
        <mxCell id="Snxa9bD47oOBx4wNCC72-19" parent="1" style="rounded=1;whiteSpace=wrap;html=1;fillColor=#1ba1e2;fontColor=#ffffff;strokeColor=#006EAF;" value="配置低速建链" vertex="1">
          <mxGeometry height="40" width="90" x="340" y="240" as="geometry" />
        </mxCell>
        <mxCell id="Snxa9bD47oOBx4wNCC72-20" edge="1" parent="1" source="Snxa9bD47oOBx4wNCC72-23" style="edgeStyle=orthogonalEdgeStyle;rounded=0;orthogonalLoop=1;jettySize=auto;html=1;exitX=0.5;exitY=1;exitDx=0;exitDy=0;entryX=0.5;entryY=0;entryDx=0;entryDy=0;" target="Snxa9bD47oOBx4wNCC72-25">
          <mxGeometry relative="1" as="geometry" />
        </mxCell>
        <mxCell id="Snxa9bD47oOBx4wNCC72-21" connectable="0" parent="Snxa9bD47oOBx4wNCC72-20" style="edgeLabel;html=1;align=center;verticalAlign=middle;resizable=0;points=[];" value="是" vertex="1">
          <mxGeometry relative="1" x="-0.3338" as="geometry">
            <mxPoint as="offset" />
          </mxGeometry>
        </mxCell>
        <mxCell id="Snxa9bD47oOBx4wNCC72-22" edge="1" parent="1" source="Snxa9bD47oOBx4wNCC72-23" style="edgeStyle=orthogonalEdgeStyle;rounded=0;orthogonalLoop=1;jettySize=auto;html=1;exitX=1;exitY=0.5;exitDx=0;exitDy=0;entryX=0;entryY=0.5;entryDx=0;entryDy=0;" target="Snxa9bD47oOBx4wNCC72-15">
          <mxGeometry relative="1" as="geometry" />
        </mxCell>
        <mxCell id="Snxa9bD47oOBx4wNCC72-23" parent="1" style="rhombus;whiteSpace=wrap;html=1;" value="建链成功？" vertex="1">
          <mxGeometry height="55" width="100" x="185" y="310" as="geometry" />
        </mxCell>
        <mxCell id="Snxa9bD47oOBx4wNCC72-24" edge="1" parent="1" source="Snxa9bD47oOBx4wNCC72-25" style="edgeStyle=orthogonalEdgeStyle;rounded=0;orthogonalLoop=1;jettySize=auto;html=1;exitX=0.5;exitY=1;exitDx=0;exitDy=0;entryX=0.5;entryY=0;entryDx=0;entryDy=0;" target="Snxa9bD47oOBx4wNCC72-27">
          <mxGeometry relative="1" as="geometry" />
        </mxCell>
        <mxCell id="Snxa9bD47oOBx4wNCC72-25" parent="1" style="rounded=1;whiteSpace=wrap;html=1;" value="读数据" vertex="1">
          <mxGeometry height="40" width="90" x="190" y="540" as="geometry" />
        </mxCell>
        <mxCell id="Snxa9bD47oOBx4wNCC72-26" edge="1" parent="1" source="Snxa9bD47oOBx4wNCC72-27" style="edgeStyle=orthogonalEdgeStyle;rounded=0;orthogonalLoop=1;jettySize=auto;html=1;exitX=0.5;exitY=1;exitDx=0;exitDy=0;entryX=0.5;entryY=0;entryDx=0;entryDy=0;" target="Snxa9bD47oOBx4wNCC72-30">
          <mxGeometry relative="1" as="geometry" />
        </mxCell>
        <mxCell id="Qj_6jyX3p3bSbpmFPhCt-1" connectable="0" parent="Snxa9bD47oOBx4wNCC72-26" style="edgeLabel;html=1;align=center;verticalAlign=middle;resizable=0;points=[];" value="否" vertex="1">
          <mxGeometry relative="1" x="-0.4236" y="-2" as="geometry">
            <mxPoint as="offset" />
          </mxGeometry>
        </mxCell>
        <mxCell id="Qj_6jyX3p3bSbpmFPhCt-3" edge="1" parent="1" source="Snxa9bD47oOBx4wNCC72-27" style="edgeStyle=orthogonalEdgeStyle;rounded=0;orthogonalLoop=1;jettySize=auto;html=1;exitX=1;exitY=0.5;exitDx=0;exitDy=0;" target="Qj_6jyX3p3bSbpmFPhCt-2">
          <mxGeometry relative="1" as="geometry" />
        </mxCell>
        <mxCell id="Snxa9bD47oOBx4wNCC72-27" parent="1" style="rhombus;whiteSpace=wrap;html=1;" value="数据校验OK ？" vertex="1">
          <mxGeometry height="55" width="100" x="185" y="610" as="geometry" />
        </mxCell>
        <mxCell id="Snxa9bD47oOBx4wNCC72-28" edge="1" parent="1" source="Snxa9bD47oOBx4wNCC72-47" style="edgeStyle=orthogonalEdgeStyle;rounded=0;orthogonalLoop=1;jettySize=auto;html=1;exitX=0.5;exitY=1;exitDx=0;exitDy=0;entryX=0;entryY=0.5;entryDx=0;entryDy=0;" target="Snxa9bD47oOBx4wNCC72-25">
          <mxGeometry relative="1" as="geometry">
            <Array as="points">
              <mxPoint x="235" y="850" />
              <mxPoint x="140" y="850" />
              <mxPoint x="140" y="560" />
            </Array>
          </mxGeometry>
        </mxCell>
        <mxCell id="Snxa9bD47oOBx4wNCC72-29" edge="1" parent="1" source="Snxa9bD47oOBx4wNCC72-30" style="edgeStyle=orthogonalEdgeStyle;rounded=0;orthogonalLoop=1;jettySize=auto;html=1;exitX=0.5;exitY=1;exitDx=0;exitDy=0;entryX=0.5;entryY=0;entryDx=0;entryDy=0;" target="Snxa9bD47oOBx4wNCC72-47">
          <mxGeometry relative="1" as="geometry" />
        </mxCell>
        <mxCell id="Snxa9bD47oOBx4wNCC72-30" parent="1" style="rounded=1;whiteSpace=wrap;html=1;fillColor=#e51400;fontColor=#ffffff;strokeColor=#B20000;" value="切分区" vertex="1">
          <mxGeometry height="40" width="90" x="190" y="700" as="geometry" />
        </mxCell>
        <mxCell id="Snxa9bD47oOBx4wNCC72-31" edge="1" parent="1" source="kbyZZD2k67tRUDCe1sfv-1" style="edgeStyle=orthogonalEdgeStyle;rounded=0;orthogonalLoop=1;jettySize=auto;html=1;exitX=0.5;exitY=1;exitDx=0;exitDy=0;" target="kbyZZD2k67tRUDCe1sfv-4">
          <mxGeometry relative="1" as="geometry" />
        </mxCell>
        <mxCell id="Snxa9bD47oOBx4wNCC72-33" edge="1" parent="1" source="Snxa9bD47oOBx4wNCC72-34" style="edgeStyle=orthogonalEdgeStyle;rounded=0;orthogonalLoop=1;jettySize=auto;html=1;exitX=1;exitY=0.5;exitDx=0;exitDy=0;entryX=0;entryY=0.5;entryDx=0;entryDy=0;" target="Snxa9bD47oOBx4wNCC72-45">
          <mxGeometry relative="1" as="geometry">
            <Array as="points">
              <mxPoint x="450" y="335" />
              <mxPoint x="450" y="100" />
              <mxPoint x="630" y="100" />
              <mxPoint x="630" y="130" />
            </Array>
          </mxGeometry>
        </mxCell>
        <mxCell id="Snxa9bD47oOBx4wNCC72-34" parent="1" style="rhombus;whiteSpace=wrap;html=1;" value="建链成功？" vertex="1">
          <mxGeometry height="55" width="100" x="335" y="307" as="geometry" />
        </mxCell>
        <mxCell id="Snxa9bD47oOBx4wNCC72-35" edge="1" parent="1" source="Snxa9bD47oOBx4wNCC72-36" style="edgeStyle=orthogonalEdgeStyle;rounded=0;orthogonalLoop=1;jettySize=auto;html=1;exitX=0.5;exitY=1;exitDx=0;exitDy=0;entryX=0.5;entryY=0;entryDx=0;entryDy=0;" target="Snxa9bD47oOBx4wNCC72-38">
          <mxGeometry relative="1" as="geometry" />
        </mxCell>
        <mxCell id="Snxa9bD47oOBx4wNCC72-36" parent="1" style="rounded=1;whiteSpace=wrap;html=1;" value="复位" vertex="1">
          <mxGeometry height="40" width="90" x="490" y="110" as="geometry" />
        </mxCell>
        <mxCell id="Snxa9bD47oOBx4wNCC72-37" edge="1" parent="1" source="Snxa9bD47oOBx4wNCC72-38" style="edgeStyle=orthogonalEdgeStyle;rounded=0;orthogonalLoop=1;jettySize=auto;html=1;exitX=0.5;exitY=1;exitDx=0;exitDy=0;entryX=0.5;entryY=0;entryDx=0;entryDy=0;" target="Snxa9bD47oOBx4wNCC72-40">
          <mxGeometry relative="1" as="geometry" />
        </mxCell>
        <mxCell id="Snxa9bD47oOBx4wNCC72-38" parent="1" style="rounded=1;whiteSpace=wrap;html=1;fillColor=#ffe6cc;strokeColor=#d79b00;" value="配置LSS PIN 低速 (efuse)" vertex="1">
          <mxGeometry height="40" width="90" x="490" y="174" as="geometry" />
        </mxCell>
        <mxCell id="Snxa9bD47oOBx4wNCC72-39" edge="1" parent="1" source="Snxa9bD47oOBx4wNCC72-40" style="edgeStyle=orthogonalEdgeStyle;rounded=0;orthogonalLoop=1;jettySize=auto;html=1;exitX=0.5;exitY=1;exitDx=0;exitDy=0;entryX=0.5;entryY=0;entryDx=0;entryDy=0;" target="Snxa9bD47oOBx4wNCC72-44">
          <mxGeometry relative="1" as="geometry" />
        </mxCell>
        <mxCell id="Snxa9bD47oOBx4wNCC72-40" parent="1" style="rounded=1;whiteSpace=wrap;html=1;fillColor=#1ba1e2;fontColor=#ffffff;strokeColor=#006EAF;" value="配置低速建链" vertex="1">
          <mxGeometry height="40" width="90" x="490" y="240" as="geometry" />
        </mxCell>
        <mxCell id="Snxa9bD47oOBx4wNCC72-41" edge="1" parent="1" source="Snxa9bD47oOBx4wNCC72-44" style="edgeStyle=orthogonalEdgeStyle;rounded=0;orthogonalLoop=1;jettySize=auto;html=1;exitX=0.5;exitY=1;exitDx=0;exitDy=0;">
          <mxGeometry relative="1" as="geometry">
            <Array as="points">
              <mxPoint x="535" y="560" />
              <mxPoint x="280" y="560" />
            </Array>
            <mxPoint x="280" y="560" as="targetPoint" />
          </mxGeometry>
        </mxCell>
        <mxCell id="Snxa9bD47oOBx4wNCC72-42" connectable="0" parent="Snxa9bD47oOBx4wNCC72-41" style="edgeLabel;html=1;align=center;verticalAlign=middle;resizable=0;points=[];" value="是" vertex="1">
          <mxGeometry relative="1" x="-0.7697" as="geometry">
            <mxPoint as="offset" />
          </mxGeometry>
        </mxCell>
        <mxCell id="Snxa9bD47oOBx4wNCC72-43" edge="1" parent="1" source="Snxa9bD47oOBx4wNCC72-44" style="edgeStyle=orthogonalEdgeStyle;rounded=0;orthogonalLoop=1;jettySize=auto;html=1;exitX=1;exitY=0.5;exitDx=0;exitDy=0;">
          <mxGeometry relative="1" as="geometry">
            <mxPoint x="630" y="170" as="targetPoint" />
          </mxGeometry>
        </mxCell>
        <mxCell id="Snxa9bD47oOBx4wNCC72-44" parent="1" style="rhombus;whiteSpace=wrap;html=1;" value="建链成功？" vertex="1">
          <mxGeometry height="55" width="100" x="485" y="307" as="geometry" />
        </mxCell>
        <mxCell id="Snxa9bD47oOBx4wNCC72-45" parent="1" style="rounded=1;whiteSpace=wrap;html=1;fillColor=#d5e8d4;strokeColor=#82b366;" value="USB启动" vertex="1">
          <mxGeometry height="40" width="90" x="650" y="110" as="geometry" />
        </mxCell>
        <mxCell id="Snxa9bD47oOBx4wNCC72-46" edge="1" parent="1" source="Snxa9bD47oOBx4wNCC72-47" style="edgeStyle=orthogonalEdgeStyle;rounded=0;orthogonalLoop=1;jettySize=auto;html=1;exitX=1;exitY=0.5;exitDx=0;exitDy=0;entryX=0;entryY=0.5;entryDx=0;entryDy=0;" target="Snxa9bD47oOBx4wNCC72-45">
          <mxGeometry relative="1" as="geometry">
            <Array as="points">
              <mxPoint x="630" y="795" />
              <mxPoint x="630" y="130" />
            </Array>
          </mxGeometry>
        </mxCell>
        <mxCell id="Snxa9bD47oOBx4wNCC72-47" parent="1" style="rhombus;whiteSpace=wrap;html=1;" value="两个分区都失败？" vertex="1">
          <mxGeometry height="55" width="100" x="185" y="767" as="geometry" />
        </mxCell>
        <mxCell id="kbyZZD2k67tRUDCe1sfv-2" edge="1" parent="1" source="Snxa9bD47oOBx4wNCC72-34" style="edgeStyle=orthogonalEdgeStyle;rounded=0;orthogonalLoop=1;jettySize=auto;html=1;exitX=0.5;exitY=1;exitDx=0;exitDy=0;entryX=0.5;entryY=0;entryDx=0;entryDy=0;" target="kbyZZD2k67tRUDCe1sfv-1" value="">
          <mxGeometry relative="1" as="geometry">
            <mxPoint x="385" y="362" as="sourcePoint" />
            <mxPoint x="280" y="560" as="targetPoint" />
          </mxGeometry>
        </mxCell>
        <mxCell id="kbyZZD2k67tRUDCe1sfv-3" connectable="0" parent="kbyZZD2k67tRUDCe1sfv-2" style="edgeLabel;html=1;align=center;verticalAlign=middle;resizable=0;points=[];" value="是" vertex="1">
          <mxGeometry relative="1" x="-0.5934" y="-1" as="geometry">
            <mxPoint as="offset" />
          </mxGeometry>
        </mxCell>
        <mxCell id="kbyZZD2k67tRUDCe1sfv-1" parent="1" style="rounded=1;whiteSpace=wrap;html=1;fillColor=#f8cecc;strokeColor=#b85450;" value="发命令切高速 HS-G1" vertex="1">
          <mxGeometry height="40" width="90" x="340" y="390" as="geometry" />
        </mxCell>
        <mxCell id="kbyZZD2k67tRUDCe1sfv-6" edge="1" parent="1" source="kbyZZD2k67tRUDCe1sfv-4" style="edgeStyle=orthogonalEdgeStyle;rounded=0;orthogonalLoop=1;jettySize=auto;html=1;exitX=0.5;exitY=1;exitDx=0;exitDy=0;">
          <mxGeometry relative="1" as="geometry">
            <Array as="points">
              <mxPoint x="385" y="560" />
              <mxPoint x="280" y="560" />
            </Array>
            <mxPoint x="280" y="560" as="targetPoint" />
          </mxGeometry>
        </mxCell>
        <mxCell id="kbyZZD2k67tRUDCe1sfv-8" edge="1" parent="1" source="kbyZZD2k67tRUDCe1sfv-4" style="edgeStyle=orthogonalEdgeStyle;rounded=0;orthogonalLoop=1;jettySize=auto;html=1;exitX=1;exitY=0.5;exitDx=0;exitDy=0;entryX=0;entryY=0.5;entryDx=0;entryDy=0;" target="Snxa9bD47oOBx4wNCC72-36">
          <mxGeometry relative="1" as="geometry" />
        </mxCell>
        <mxCell id="kbyZZD2k67tRUDCe1sfv-4" parent="1" style="rhombus;whiteSpace=wrap;html=1;" value="切速率成功？" vertex="1">
          <mxGeometry height="55" width="100" x="335" y="460" as="geometry" />
        </mxCell>
        <mxCell id="Qj_6jyX3p3bSbpmFPhCt-2" parent="1" style="ellipse;whiteSpace=wrap;html=1;fillColor=#d5e8d4;gradientColor=#97d077;strokeColor=#82b366;" value="启动成功" vertex="1">
          <mxGeometry height="40" width="90" x="335" y="617.5" as="geometry" />
        </mxCell>
      </root>
    </mxGraphModel>
  </diagram>
  <diagram id="lCvtZ__jX87erlVo9mpF" name="第 2 页">
    <mxGraphModel dx="1082" dy="561" grid="1" gridSize="10" guides="1" tooltips="1" connect="1" arrows="1" fold="1" page="1" pageScale="1" pageWidth="827" pageHeight="1169" math="0" shadow="0">
      <root>
        <mxCell id="0" />
        <mxCell id="1" parent="0" />
        <mxCell id="WnOlcH9fiUK7AfTd9S8V-1" parent="1" style="text;html=1;whiteSpace=wrap;strokeColor=none;fillColor=none;align=left;verticalAlign=middle;rounded=0;fontSize=14;" value="&lt;div&gt;&lt;div&gt;- 启动模式 101： [ufs低速启动] &lt;span style=&quot;background-color: transparent; color: light-dark(rgb(0, 0, 0), rgb(255, 255, 255));&quot;&gt;→ &lt;/span&gt;&lt;span style=&quot;background-color: transparent; color: light-dark(rgb(0, 0, 0), rgb(255, 255, 255));&quot;&gt;[usb]&lt;/span&gt;&lt;/div&gt;&lt;div&gt;- 启动模式 110： &lt;span style=&quot;background-color: transparent; color: light-dark(rgb(0, 0, 0), rgb(255, 255, 255));&quot;&gt;[ufs高速启动]&lt;/span&gt;&lt;span style=&quot;background-color: transparent; color: light-dark(rgb(0, 0, 0), rgb(255, 255, 255));&quot;&gt; &lt;/span&gt;&lt;span style=&quot;background-color: transparent; color: light-dark(rgb(0, 0, 0), rgb(255, 255, 255));&quot;&gt;→ &lt;/span&gt;&lt;span style=&quot;background-color: transparent; color: light-dark(rgb(0, 0, 0), rgb(255, 255, 255));&quot;&gt;[usb]&lt;/span&gt;&lt;/div&gt;&lt;/div&gt;异常情况汇总：" vertex="1">
          <mxGeometry height="50" width="360" x="40" y="250" as="geometry" />
        </mxCell>
        <mxCell id="WnOlcH9fiUK7AfTd9S8V-2" parent="1" style="shape=table;startSize=0;container=1;collapsible=0;childLayout=tableLayout;fontSize=14;align=left;" value="" vertex="1">
          <mxGeometry height="240" width="730" x="40" y="320" as="geometry" />
        </mxCell>
        <mxCell id="-yYV-AWoShLVFezPO-Gk-6" parent="WnOlcH9fiUK7AfTd9S8V-2" style="shape=tableRow;horizontal=0;startSize=0;swimlaneHead=0;swimlaneBody=0;strokeColor=inherit;top=0;left=0;bottom=0;right=0;collapsible=0;dropTarget=0;fillColor=none;points=[[0,0.5],[1,0.5]];portConstraint=eastwest;fontSize=14;align=left;" value="" vertex="1">
          <mxGeometry height="40" width="730" as="geometry" />
        </mxCell>
        <mxCell id="-yYV-AWoShLVFezPO-Gk-7" parent="-yYV-AWoShLVFezPO-Gk-6" style="shape=partialRectangle;html=1;whiteSpace=wrap;connectable=0;strokeColor=inherit;overflow=hidden;fillColor=none;top=0;left=0;bottom=0;right=0;pointerEvents=1;fontSize=14;align=left;" value="case" vertex="1">
          <mxGeometry height="40" width="32" as="geometry">
            <mxRectangle height="40" width="32" as="alternateBounds" />
          </mxGeometry>
        </mxCell>
        <mxCell id="-yYV-AWoShLVFezPO-Gk-8" parent="-yYV-AWoShLVFezPO-Gk-6" style="shape=partialRectangle;html=1;whiteSpace=wrap;connectable=0;strokeColor=inherit;overflow=hidden;fillColor=none;top=0;left=0;bottom=0;right=0;pointerEvents=1;fontSize=14;align=left;" value="启动情况" vertex="1">
          <mxGeometry height="40" width="288" x="32" as="geometry">
            <mxRectangle height="40" width="288" as="alternateBounds" />
          </mxGeometry>
        </mxCell>
        <mxCell id="-yYV-AWoShLVFezPO-Gk-9" parent="-yYV-AWoShLVFezPO-Gk-6" style="shape=partialRectangle;html=1;whiteSpace=wrap;connectable=0;strokeColor=inherit;overflow=hidden;fillColor=none;top=0;left=0;bottom=0;right=0;pointerEvents=1;fontSize=14;align=left;" value="建链结果" vertex="1">
          <mxGeometry height="40" width="410" x="320" as="geometry">
            <mxRectangle height="40" width="410" as="alternateBounds" />
          </mxGeometry>
        </mxCell>
        <mxCell id="-yYV-AWoShLVFezPO-Gk-2" parent="WnOlcH9fiUK7AfTd9S8V-2" style="shape=tableRow;horizontal=0;startSize=0;swimlaneHead=0;swimlaneBody=0;strokeColor=inherit;top=0;left=0;bottom=0;right=0;collapsible=0;dropTarget=0;fillColor=none;points=[[0,0.5],[1,0.5]];portConstraint=eastwest;fontSize=14;align=left;" value="" vertex="1">
          <mxGeometry height="40" width="730" y="40" as="geometry" />
        </mxCell>
        <mxCell id="-yYV-AWoShLVFezPO-Gk-3" parent="-yYV-AWoShLVFezPO-Gk-2" style="shape=partialRectangle;html=1;whiteSpace=wrap;connectable=0;strokeColor=inherit;overflow=hidden;fillColor=none;top=0;left=0;bottom=0;right=0;pointerEvents=1;fontSize=14;align=left;" value="1" vertex="1">
          <mxGeometry height="40" width="32" as="geometry">
            <mxRectangle height="40" width="32" as="alternateBounds" />
          </mxGeometry>
        </mxCell>
        <mxCell id="-yYV-AWoShLVFezPO-Gk-4" parent="-yYV-AWoShLVFezPO-Gk-2" style="shape=partialRectangle;html=1;whiteSpace=wrap;connectable=0;strokeColor=inherit;overflow=hidden;fillColor=none;top=0;left=0;bottom=0;right=0;pointerEvents=1;fontSize=14;align=left;" value="bootrom 配置低速启动，但是颗粒硬件设置高速启动，高速成功" vertex="1">
          <mxGeometry height="40" width="288" x="32" as="geometry">
            <mxRectangle height="40" width="288" as="alternateBounds" />
          </mxGeometry>
        </mxCell>
        <mxCell id="-yYV-AWoShLVFezPO-Gk-5" parent="-yYV-AWoShLVFezPO-Gk-2" style="shape=partialRectangle;html=1;whiteSpace=wrap;connectable=0;strokeColor=inherit;overflow=hidden;fillColor=none;top=0;left=0;bottom=0;right=0;pointerEvents=1;fontSize=14;align=left;" value="bootrom先低速建链失败 --&amp;gt; &lt;font style=&quot;color: rgb(0, 0, 255);&quot;&gt;高速&lt;/font&gt;建链成功" vertex="1">
          <mxGeometry height="40" width="410" x="320" as="geometry">
            <mxRectangle height="40" width="410" as="alternateBounds" />
          </mxGeometry>
        </mxCell>
        <mxCell id="-yYV-AWoShLVFezPO-Gk-10" parent="WnOlcH9fiUK7AfTd9S8V-2" style="shape=tableRow;horizontal=0;startSize=0;swimlaneHead=0;swimlaneBody=0;strokeColor=inherit;top=0;left=0;bottom=0;right=0;collapsible=0;dropTarget=0;fillColor=none;points=[[0,0.5],[1,0.5]];portConstraint=eastwest;fontSize=14;align=left;" value="" vertex="1">
          <mxGeometry height="40" width="730" y="80" as="geometry" />
        </mxCell>
        <mxCell id="-yYV-AWoShLVFezPO-Gk-11" parent="-yYV-AWoShLVFezPO-Gk-10" style="shape=partialRectangle;html=1;whiteSpace=wrap;connectable=0;strokeColor=inherit;overflow=hidden;fillColor=none;top=0;left=0;bottom=0;right=0;pointerEvents=1;fontSize=14;align=left;" value="2" vertex="1">
          <mxGeometry height="40" width="32" as="geometry">
            <mxRectangle height="40" width="32" as="alternateBounds" />
          </mxGeometry>
        </mxCell>
        <mxCell id="-yYV-AWoShLVFezPO-Gk-12" parent="-yYV-AWoShLVFezPO-Gk-10" style="shape=partialRectangle;html=1;whiteSpace=wrap;connectable=0;strokeColor=inherit;overflow=hidden;fillColor=none;top=0;left=0;bottom=0;right=0;pointerEvents=1;fontSize=14;align=left;" value="bootrom 配置高速启动，但是颗粒硬件设置底速启动，低速切高速成功" vertex="1">
          <mxGeometry height="40" width="288" x="32" as="geometry">
            <mxRectangle height="40" width="288" as="alternateBounds" />
          </mxGeometry>
        </mxCell>
        <mxCell id="-yYV-AWoShLVFezPO-Gk-13" parent="-yYV-AWoShLVFezPO-Gk-10" style="shape=partialRectangle;html=1;whiteSpace=wrap;connectable=0;strokeColor=inherit;overflow=hidden;fillColor=none;top=0;left=0;bottom=0;right=0;pointerEvents=1;fontSize=14;align=left;" value="bootrom先高速建链失败 --&amp;gt; 低速建链成功并切&lt;font style=&quot;color: rgb(0, 0, 255);&quot;&gt;高速&lt;/font&gt;" vertex="1">
          <mxGeometry height="40" width="410" x="320" as="geometry">
            <mxRectangle height="40" width="410" as="alternateBounds" />
          </mxGeometry>
        </mxCell>
        <mxCell id="WnOlcH9fiUK7AfTd9S8V-3" parent="WnOlcH9fiUK7AfTd9S8V-2" style="shape=tableRow;horizontal=0;startSize=0;swimlaneHead=0;swimlaneBody=0;strokeColor=inherit;top=0;left=0;bottom=0;right=0;collapsible=0;dropTarget=0;fillColor=none;points=[[0,0.5],[1,0.5]];portConstraint=eastwest;fontSize=14;align=left;" value="" vertex="1">
          <mxGeometry height="40" width="730" y="120" as="geometry" />
        </mxCell>
        <mxCell id="WnOlcH9fiUK7AfTd9S8V-4" parent="WnOlcH9fiUK7AfTd9S8V-3" style="shape=partialRectangle;html=1;whiteSpace=wrap;connectable=0;strokeColor=inherit;overflow=hidden;fillColor=none;top=0;left=0;bottom=0;right=0;pointerEvents=1;fontSize=14;align=left;" value="3" vertex="1">
          <mxGeometry height="40" width="32" as="geometry">
            <mxRectangle height="40" width="32" as="alternateBounds" />
          </mxGeometry>
        </mxCell>
        <mxCell id="WnOlcH9fiUK7AfTd9S8V-5" parent="WnOlcH9fiUK7AfTd9S8V-3" style="shape=partialRectangle;html=1;whiteSpace=wrap;connectable=0;strokeColor=inherit;overflow=hidden;fillColor=none;top=0;left=0;bottom=0;right=0;pointerEvents=1;fontSize=14;align=left;" value="bootrom 配置低速启动，颗粒也是低速，切速率成功" vertex="1">
          <mxGeometry height="40" width="288" x="32" as="geometry">
            <mxRectangle height="40" width="288" as="alternateBounds" />
          </mxGeometry>
        </mxCell>
        <mxCell id="WnOlcH9fiUK7AfTd9S8V-6" parent="WnOlcH9fiUK7AfTd9S8V-3" style="shape=partialRectangle;html=1;whiteSpace=wrap;connectable=0;strokeColor=inherit;overflow=hidden;fillColor=none;top=0;left=0;bottom=0;right=0;pointerEvents=1;fontSize=14;align=left;" value="bootrom低速建链切&lt;font style=&quot;color: rgb(0, 0, 255);&quot;&gt;高速&lt;/font&gt;" vertex="1">
          <mxGeometry height="40" width="410" x="320" as="geometry">
            <mxRectangle height="40" width="410" as="alternateBounds" />
          </mxGeometry>
        </mxCell>
        <mxCell id="WnOlcH9fiUK7AfTd9S8V-7" parent="WnOlcH9fiUK7AfTd9S8V-2" style="shape=tableRow;horizontal=0;startSize=0;swimlaneHead=0;swimlaneBody=0;strokeColor=inherit;top=0;left=0;bottom=0;right=0;collapsible=0;dropTarget=0;fillColor=none;points=[[0,0.5],[1,0.5]];portConstraint=eastwest;fontSize=14;align=left;" value="" vertex="1">
          <mxGeometry height="40" width="730" y="160" as="geometry" />
        </mxCell>
        <mxCell id="WnOlcH9fiUK7AfTd9S8V-8" parent="WnOlcH9fiUK7AfTd9S8V-7" style="shape=partialRectangle;html=1;whiteSpace=wrap;connectable=0;strokeColor=inherit;overflow=hidden;fillColor=none;top=0;left=0;bottom=0;right=0;pointerEvents=1;fontSize=14;align=left;" value="4" vertex="1">
          <mxGeometry height="40" width="32" as="geometry">
            <mxRectangle height="40" width="32" as="alternateBounds" />
          </mxGeometry>
        </mxCell>
        <mxCell id="WnOlcH9fiUK7AfTd9S8V-9" parent="WnOlcH9fiUK7AfTd9S8V-7" style="shape=partialRectangle;html=1;whiteSpace=wrap;connectable=0;strokeColor=inherit;overflow=hidden;fillColor=none;top=0;left=0;bottom=0;right=0;pointerEvents=1;fontSize=14;align=left;" value="bootrom 配置高速启动，颗粒也是高速，高速成功" vertex="1">
          <mxGeometry height="40" width="288" x="32" as="geometry">
            <mxRectangle height="40" width="288" as="alternateBounds" />
          </mxGeometry>
        </mxCell>
        <mxCell id="WnOlcH9fiUK7AfTd9S8V-10" parent="WnOlcH9fiUK7AfTd9S8V-7" style="shape=partialRectangle;html=1;whiteSpace=wrap;connectable=0;strokeColor=inherit;overflow=hidden;fillColor=none;top=0;left=0;bottom=0;right=0;pointerEvents=1;fontSize=14;align=left;" value="bootrom&lt;font style=&quot;color: rgb(0, 0, 255);&quot;&gt;高速&lt;/font&gt;建链" vertex="1">
          <mxGeometry height="40" width="410" x="320" as="geometry">
            <mxRectangle height="40" width="410" as="alternateBounds" />
          </mxGeometry>
        </mxCell>
        <mxCell id="WnOlcH9fiUK7AfTd9S8V-11" parent="WnOlcH9fiUK7AfTd9S8V-2" style="shape=tableRow;horizontal=0;startSize=0;swimlaneHead=0;swimlaneBody=0;strokeColor=inherit;top=0;left=0;bottom=0;right=0;collapsible=0;dropTarget=0;fillColor=none;points=[[0,0.5],[1,0.5]];portConstraint=eastwest;fontSize=14;align=left;" value="" vertex="1">
          <mxGeometry height="40" width="730" y="200" as="geometry" />
        </mxCell>
        <mxCell id="WnOlcH9fiUK7AfTd9S8V-12" parent="WnOlcH9fiUK7AfTd9S8V-11" style="shape=partialRectangle;html=1;whiteSpace=wrap;connectable=0;strokeColor=inherit;overflow=hidden;fillColor=none;top=0;left=0;bottom=0;right=0;pointerEvents=1;fontSize=14;align=left;" value="5" vertex="1">
          <mxGeometry height="40" width="32" as="geometry">
            <mxRectangle height="40" width="32" as="alternateBounds" />
          </mxGeometry>
        </mxCell>
        <mxCell id="WnOlcH9fiUK7AfTd9S8V-13" parent="WnOlcH9fiUK7AfTd9S8V-11" style="shape=partialRectangle;html=1;whiteSpace=wrap;connectable=0;strokeColor=inherit;overflow=hidden;fillColor=none;top=0;left=0;bottom=0;right=0;pointerEvents=1;fontSize=14;align=left;" value="bootrom 配置低速启动，颗粒也是低速，切速率失败，不切速率成功" vertex="1">
          <mxGeometry height="40" width="288" x="32" as="geometry">
            <mxRectangle height="40" width="288" as="alternateBounds" />
          </mxGeometry>
        </mxCell>
        <mxCell id="WnOlcH9fiUK7AfTd9S8V-14" parent="WnOlcH9fiUK7AfTd9S8V-11" style="shape=partialRectangle;html=1;whiteSpace=wrap;connectable=0;strokeColor=inherit;overflow=hidden;fillColor=none;top=0;left=0;bottom=0;right=0;pointerEvents=1;fontSize=14;align=left;" value="bootrom低速建链切高速失败 --&amp;gt; bootrom 高速建链失败 ---&amp;gt; bootrom &lt;font style=&quot;color: rgb(255, 51, 255);&quot;&gt;低速&lt;/font&gt;建链成功(不切高速)" vertex="1">
          <mxGeometry height="40" width="410" x="320" as="geometry">
            <mxRectangle height="40" width="410" as="alternateBounds" />
          </mxGeometry>
        </mxCell>
        <mxCell id="PYW4Q93ZiJ2KnNfdN5cH-39" parent="1" style="shape=tableRow;horizontal=0;startSize=0;swimlaneHead=0;swimlaneBody=0;strokeColor=inherit;top=0;left=0;bottom=0;right=0;collapsible=0;dropTarget=0;fillColor=none;points=[[0,0.5],[1,0.5]];portConstraint=eastwest;fontSize=14;align=left;" value="" vertex="1">
          <mxGeometry height="40" width="730" x="40" y="560" as="geometry" />
        </mxCell>
        <mxCell id="PYW4Q93ZiJ2KnNfdN5cH-63" parent="1" style="shape=table;startSize=0;container=1;collapsible=0;childLayout=tableLayout;fontSize=14;align=left;" value="" vertex="1">
          <mxGeometry height="260" width="730" x="40" y="560" as="geometry" />
        </mxCell>
        <mxCell id="PYW4Q93ZiJ2KnNfdN5cH-64" parent="PYW4Q93ZiJ2KnNfdN5cH-63" style="shape=tableRow;horizontal=0;startSize=0;swimlaneHead=0;swimlaneBody=0;strokeColor=inherit;top=0;left=0;bottom=0;right=0;collapsible=0;dropTarget=0;fillColor=none;points=[[0,0.5],[1,0.5]];portConstraint=eastwest;fontSize=14;align=left;" value="" vertex="1">
          <mxGeometry height="40" width="730" as="geometry" />
        </mxCell>
        <mxCell id="PYW4Q93ZiJ2KnNfdN5cH-65" parent="PYW4Q93ZiJ2KnNfdN5cH-64" style="shape=partialRectangle;html=1;whiteSpace=wrap;connectable=0;strokeColor=inherit;overflow=hidden;fillColor=none;top=0;left=0;bottom=0;right=0;pointerEvents=1;fontSize=14;align=left;" value="6" vertex="1">
          <mxGeometry height="40" width="32" as="geometry">
            <mxRectangle height="40" width="32" as="alternateBounds" />
          </mxGeometry>
        </mxCell>
        <mxCell id="PYW4Q93ZiJ2KnNfdN5cH-66" parent="PYW4Q93ZiJ2KnNfdN5cH-64" style="shape=partialRectangle;html=1;whiteSpace=wrap;connectable=0;strokeColor=inherit;overflow=hidden;fillColor=none;top=0;left=0;bottom=0;right=0;pointerEvents=1;fontSize=14;align=left;" value="bootrom 配置高速启动，颗粒是低速，低速切高速失败" vertex="1">
          <mxGeometry height="40" width="288" x="32" as="geometry">
            <mxRectangle height="40" width="288" as="alternateBounds" />
          </mxGeometry>
        </mxCell>
        <mxCell id="PYW4Q93ZiJ2KnNfdN5cH-67" parent="PYW4Q93ZiJ2KnNfdN5cH-64" style="shape=partialRectangle;html=1;whiteSpace=wrap;connectable=0;strokeColor=inherit;overflow=hidden;fillColor=none;top=0;left=0;bottom=0;right=0;pointerEvents=1;fontSize=14;align=left;" value="bootrom高速建链失败 --&amp;gt; bootrom 低速建链切高速失败 ---&amp;gt; bootrom &lt;font style=&quot;color: rgb(255, 51, 255);&quot;&gt;低速&lt;/font&gt;建链成功(不切高速)" vertex="1">
          <mxGeometry height="40" width="410" x="320" as="geometry">
            <mxRectangle height="40" width="410" as="alternateBounds" />
          </mxGeometry>
        </mxCell>
        <mxCell id="PYW4Q93ZiJ2KnNfdN5cH-68" parent="PYW4Q93ZiJ2KnNfdN5cH-63" style="shape=tableRow;horizontal=0;startSize=0;swimlaneHead=0;swimlaneBody=0;strokeColor=inherit;top=0;left=0;bottom=0;right=0;collapsible=0;dropTarget=0;fillColor=none;points=[[0,0.5],[1,0.5]];portConstraint=eastwest;fontSize=14;align=left;" value="" vertex="1">
          <mxGeometry height="60" width="730" y="40" as="geometry" />
        </mxCell>
        <mxCell id="PYW4Q93ZiJ2KnNfdN5cH-69" parent="PYW4Q93ZiJ2KnNfdN5cH-68" style="shape=partialRectangle;html=1;whiteSpace=wrap;connectable=0;strokeColor=inherit;overflow=hidden;fillColor=none;top=0;left=0;bottom=0;right=0;pointerEvents=1;fontSize=14;align=left;" value="7" vertex="1">
          <mxGeometry height="60" width="32" as="geometry">
            <mxRectangle height="60" width="32" as="alternateBounds" />
          </mxGeometry>
        </mxCell>
        <mxCell id="PYW4Q93ZiJ2KnNfdN5cH-70" parent="PYW4Q93ZiJ2KnNfdN5cH-68" style="shape=partialRectangle;html=1;whiteSpace=wrap;connectable=0;strokeColor=inherit;overflow=hidden;fillColor=none;top=0;left=0;bottom=0;right=0;pointerEvents=1;fontSize=14;align=left;" value="bootrom配置高速启动，颗粒也是高速，但是高速建链失败" vertex="1">
          <mxGeometry height="60" width="288" x="32" as="geometry">
            <mxRectangle height="60" width="288" as="alternateBounds" />
          </mxGeometry>
        </mxCell>
        <mxCell id="PYW4Q93ZiJ2KnNfdN5cH-71" parent="PYW4Q93ZiJ2KnNfdN5cH-68" style="shape=partialRectangle;html=1;whiteSpace=wrap;connectable=0;strokeColor=inherit;overflow=hidden;fillColor=none;top=0;left=0;bottom=0;right=0;pointerEvents=1;fontSize=14;align=left;" value="bootrom高速建链失败 --&amp;gt; bootrom 低速建链切高速失败 ---&amp;gt; bootrom 低速建链失败 &lt;font style=&quot;color: rgb(255, 51, 51);&quot;&gt;（需要改颗粒硬件PIN配置低速 或者使能LSS efuse 控制）&lt;/font&gt;" vertex="1">
          <mxGeometry height="60" width="410" x="320" as="geometry">
            <mxRectangle height="60" width="410" as="alternateBounds" />
          </mxGeometry>
        </mxCell>
        <mxCell id="PYW4Q93ZiJ2KnNfdN5cH-72" parent="PYW4Q93ZiJ2KnNfdN5cH-63" style="shape=tableRow;horizontal=0;startSize=0;swimlaneHead=0;swimlaneBody=0;strokeColor=inherit;top=0;left=0;bottom=0;right=0;collapsible=0;dropTarget=0;fillColor=none;points=[[0,0.5],[1,0.5]];portConstraint=eastwest;fontSize=14;align=left;" value="" vertex="1">
          <mxGeometry height="40" width="730" y="100" as="geometry" />
        </mxCell>
        <mxCell id="PYW4Q93ZiJ2KnNfdN5cH-73" parent="PYW4Q93ZiJ2KnNfdN5cH-72" style="shape=partialRectangle;html=1;whiteSpace=wrap;connectable=0;strokeColor=inherit;overflow=hidden;fillColor=none;top=0;left=0;bottom=0;right=0;pointerEvents=1;fontSize=14;align=left;" value="8" vertex="1">
          <mxGeometry height="40" width="32" as="geometry">
            <mxRectangle height="40" width="32" as="alternateBounds" />
          </mxGeometry>
        </mxCell>
        <mxCell id="PYW4Q93ZiJ2KnNfdN5cH-74" parent="PYW4Q93ZiJ2KnNfdN5cH-72" style="shape=partialRectangle;html=1;whiteSpace=wrap;connectable=0;strokeColor=inherit;overflow=hidden;fillColor=none;top=0;left=0;bottom=0;right=0;pointerEvents=1;fontSize=14;align=left;" value="bootrom 配置低速启动，颗粒也是低速，低速建链失败" vertex="1">
          <mxGeometry height="40" width="288" x="32" as="geometry">
            <mxRectangle height="40" width="288" as="alternateBounds" />
          </mxGeometry>
        </mxCell>
        <mxCell id="PYW4Q93ZiJ2KnNfdN5cH-75" parent="PYW4Q93ZiJ2KnNfdN5cH-72" style="shape=partialRectangle;html=1;whiteSpace=wrap;connectable=0;strokeColor=inherit;overflow=hidden;fillColor=none;top=0;left=0;bottom=0;right=0;pointerEvents=1;fontSize=14;align=left;" value="bootrom低速建链切高速失败 --&amp;gt; bootrom 高速建链失败 ---&amp;gt; bootrom 低速建链失败 --&amp;gt; &lt;font style=&quot;color: rgb(255, 51, 51);&quot;&gt;USB 启动 （需要查硬件问题）&lt;/font&gt;" vertex="1">
          <mxGeometry height="40" width="410" x="320" as="geometry">
            <mxRectangle height="40" width="410" as="alternateBounds" />
          </mxGeometry>
        </mxCell>
        <mxCell id="PYW4Q93ZiJ2KnNfdN5cH-76" parent="PYW4Q93ZiJ2KnNfdN5cH-63" style="shape=tableRow;horizontal=0;startSize=0;swimlaneHead=0;swimlaneBody=0;strokeColor=inherit;top=0;left=0;bottom=0;right=0;collapsible=0;dropTarget=0;fillColor=none;points=[[0,0.5],[1,0.5]];portConstraint=eastwest;fontSize=14;align=left;" value="" vertex="1">
          <mxGeometry height="40" width="730" y="140" as="geometry" />
        </mxCell>
        <mxCell id="PYW4Q93ZiJ2KnNfdN5cH-77" parent="PYW4Q93ZiJ2KnNfdN5cH-76" style="shape=partialRectangle;html=1;whiteSpace=wrap;connectable=0;strokeColor=inherit;overflow=hidden;fillColor=none;top=0;left=0;bottom=0;right=0;pointerEvents=1;fontSize=14;align=left;" value="" vertex="1">
          <mxGeometry height="40" width="32" as="geometry">
            <mxRectangle height="40" width="32" as="alternateBounds" />
          </mxGeometry>
        </mxCell>
        <mxCell id="PYW4Q93ZiJ2KnNfdN5cH-78" parent="PYW4Q93ZiJ2KnNfdN5cH-76" style="shape=partialRectangle;html=1;whiteSpace=wrap;connectable=0;strokeColor=inherit;overflow=hidden;fillColor=none;top=0;left=0;bottom=0;right=0;pointerEvents=1;fontSize=14;align=left;" value="" vertex="1">
          <mxGeometry height="40" width="288" x="32" as="geometry">
            <mxRectangle height="40" width="288" as="alternateBounds" />
          </mxGeometry>
        </mxCell>
        <mxCell id="PYW4Q93ZiJ2KnNfdN5cH-79" parent="PYW4Q93ZiJ2KnNfdN5cH-76" style="shape=partialRectangle;html=1;whiteSpace=wrap;connectable=0;strokeColor=inherit;overflow=hidden;fillColor=none;top=0;left=0;bottom=0;right=0;pointerEvents=1;fontSize=14;align=left;" value="" vertex="1">
          <mxGeometry height="40" width="410" x="320" as="geometry">
            <mxRectangle height="40" width="410" as="alternateBounds" />
          </mxGeometry>
        </mxCell>
        <mxCell id="PYW4Q93ZiJ2KnNfdN5cH-80" parent="PYW4Q93ZiJ2KnNfdN5cH-63" style="shape=tableRow;horizontal=0;startSize=0;swimlaneHead=0;swimlaneBody=0;strokeColor=inherit;top=0;left=0;bottom=0;right=0;collapsible=0;dropTarget=0;fillColor=none;points=[[0,0.5],[1,0.5]];portConstraint=eastwest;fontSize=14;align=left;" value="" vertex="1">
          <mxGeometry height="40" width="730" y="180" as="geometry" />
        </mxCell>
        <mxCell id="PYW4Q93ZiJ2KnNfdN5cH-81" parent="PYW4Q93ZiJ2KnNfdN5cH-80" style="shape=partialRectangle;html=1;whiteSpace=wrap;connectable=0;strokeColor=inherit;overflow=hidden;fillColor=none;top=0;left=0;bottom=0;right=0;pointerEvents=1;fontSize=14;align=left;" value="" vertex="1">
          <mxGeometry height="40" width="32" as="geometry">
            <mxRectangle height="40" width="32" as="alternateBounds" />
          </mxGeometry>
        </mxCell>
        <mxCell id="PYW4Q93ZiJ2KnNfdN5cH-82" parent="PYW4Q93ZiJ2KnNfdN5cH-80" style="shape=partialRectangle;html=1;whiteSpace=wrap;connectable=0;strokeColor=inherit;overflow=hidden;fillColor=none;top=0;left=0;bottom=0;right=0;pointerEvents=1;fontSize=14;align=left;" value="" vertex="1">
          <mxGeometry height="40" width="288" x="32" as="geometry">
            <mxRectangle height="40" width="288" as="alternateBounds" />
          </mxGeometry>
        </mxCell>
        <mxCell id="PYW4Q93ZiJ2KnNfdN5cH-83" parent="PYW4Q93ZiJ2KnNfdN5cH-80" style="shape=partialRectangle;html=1;whiteSpace=wrap;connectable=0;strokeColor=inherit;overflow=hidden;fillColor=none;top=0;left=0;bottom=0;right=0;pointerEvents=1;fontSize=14;align=left;" value="" vertex="1">
          <mxGeometry height="40" width="410" x="320" as="geometry">
            <mxRectangle height="40" width="410" as="alternateBounds" />
          </mxGeometry>
        </mxCell>
        <mxCell id="PYW4Q93ZiJ2KnNfdN5cH-84" parent="PYW4Q93ZiJ2KnNfdN5cH-63" style="shape=tableRow;horizontal=0;startSize=0;swimlaneHead=0;swimlaneBody=0;strokeColor=inherit;top=0;left=0;bottom=0;right=0;collapsible=0;dropTarget=0;fillColor=none;points=[[0,0.5],[1,0.5]];portConstraint=eastwest;fontSize=14;align=left;" value="" vertex="1">
          <mxGeometry height="40" width="730" y="220" as="geometry" />
        </mxCell>
        <mxCell id="PYW4Q93ZiJ2KnNfdN5cH-85" parent="PYW4Q93ZiJ2KnNfdN5cH-84" style="shape=partialRectangle;html=1;whiteSpace=wrap;connectable=0;strokeColor=inherit;overflow=hidden;fillColor=none;top=0;left=0;bottom=0;right=0;pointerEvents=1;fontSize=14;align=left;" value="" vertex="1">
          <mxGeometry height="40" width="32" as="geometry">
            <mxRectangle height="40" width="32" as="alternateBounds" />
          </mxGeometry>
        </mxCell>
        <mxCell id="PYW4Q93ZiJ2KnNfdN5cH-86" parent="PYW4Q93ZiJ2KnNfdN5cH-84" style="shape=partialRectangle;html=1;whiteSpace=wrap;connectable=0;strokeColor=inherit;overflow=hidden;fillColor=none;top=0;left=0;bottom=0;right=0;pointerEvents=1;fontSize=14;align=left;" value="" vertex="1">
          <mxGeometry height="40" width="288" x="32" as="geometry">
            <mxRectangle height="40" width="288" as="alternateBounds" />
          </mxGeometry>
        </mxCell>
        <mxCell id="PYW4Q93ZiJ2KnNfdN5cH-87" parent="PYW4Q93ZiJ2KnNfdN5cH-84" style="shape=partialRectangle;html=1;whiteSpace=wrap;connectable=0;strokeColor=inherit;overflow=hidden;fillColor=none;top=0;left=0;bottom=0;right=0;pointerEvents=1;fontSize=14;align=left;" value="" vertex="1">
          <mxGeometry height="40" width="410" x="320" as="geometry">
            <mxRectangle height="40" width="410" as="alternateBounds" />
          </mxGeometry>
        </mxCell>
      </root>
    </mxGraphModel>
  </diagram>
</mxfile>
